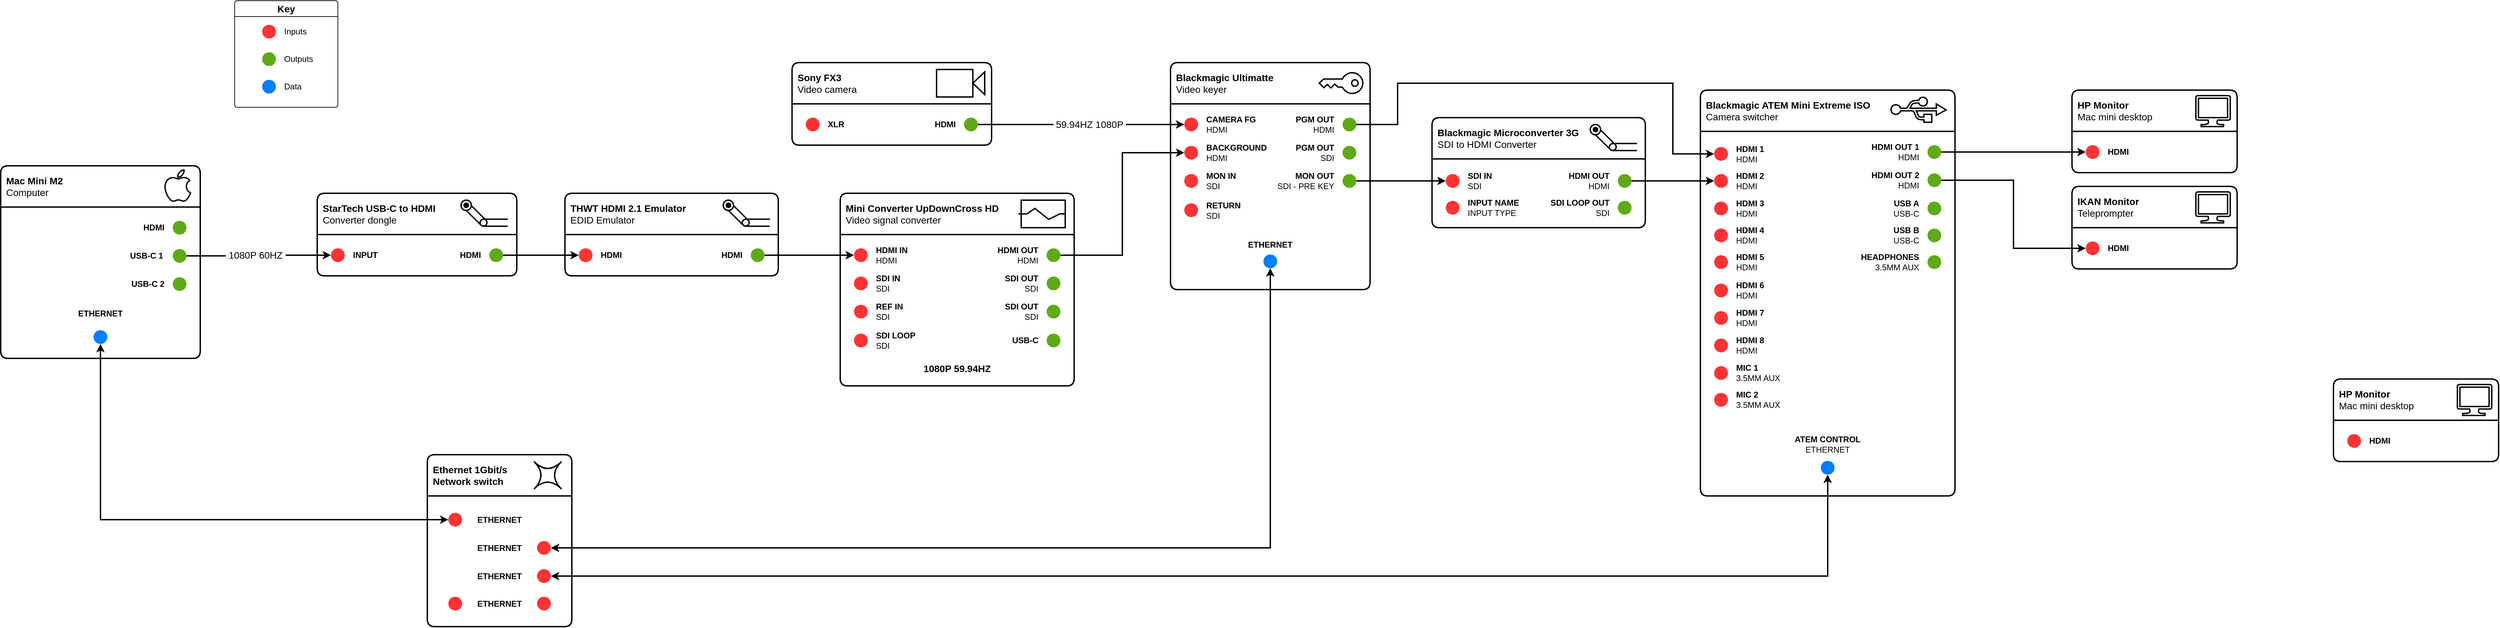
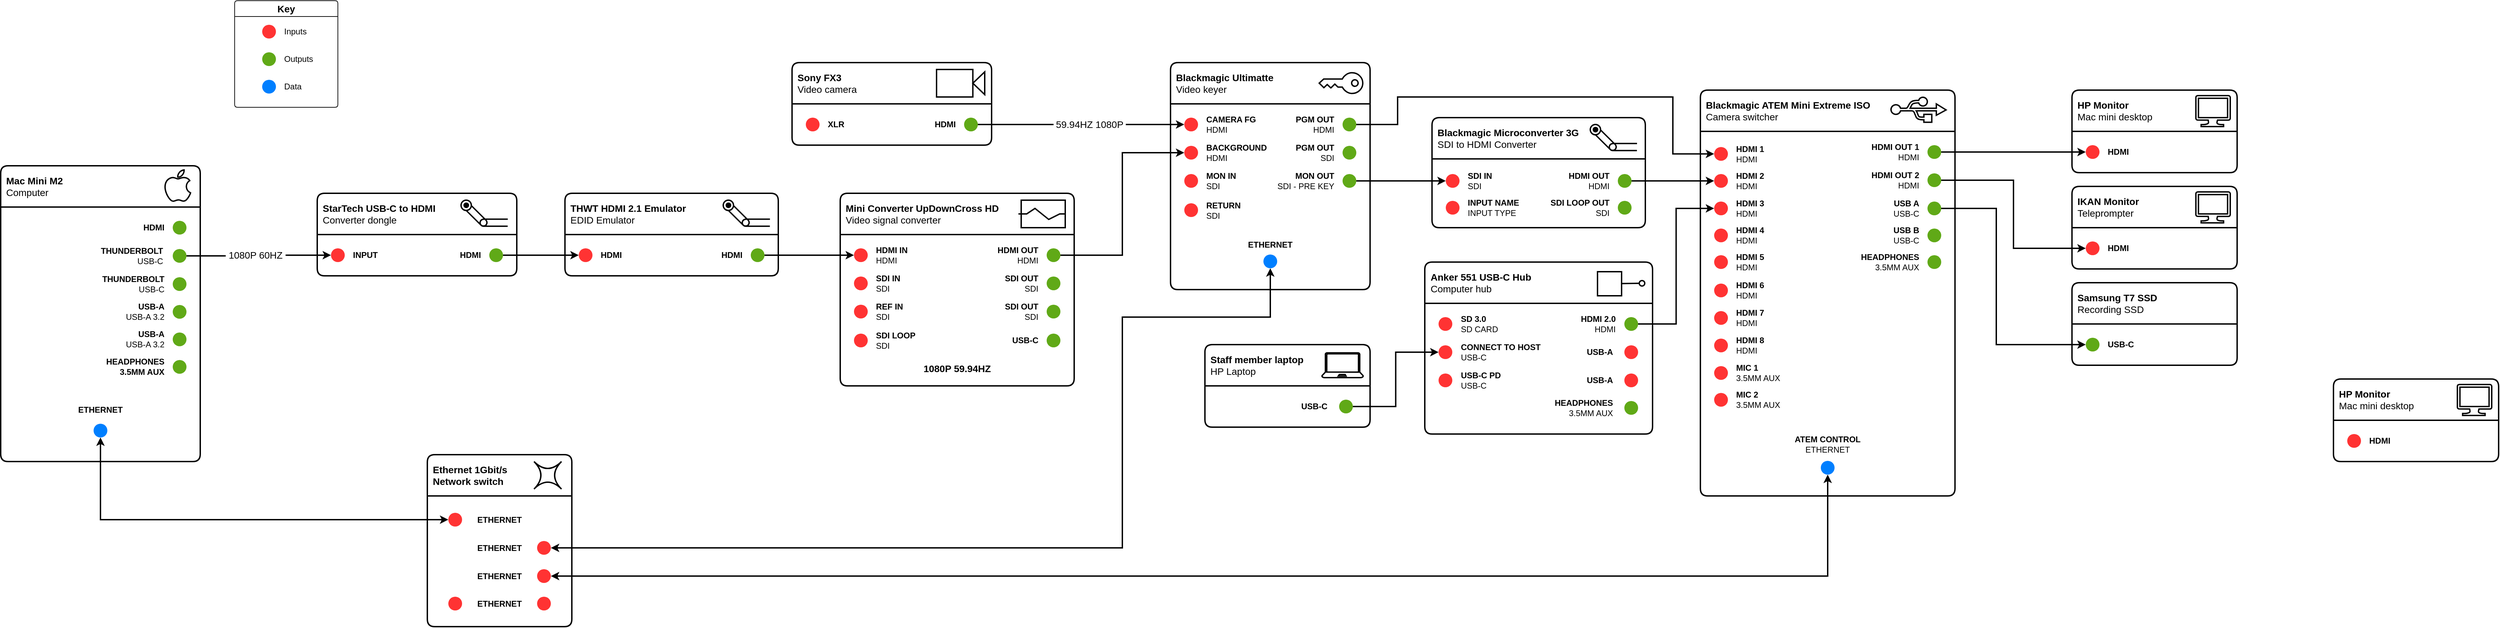
<mxfile host="app.diagrams.net">
  <diagram name="Page-1" id="FgFW1MfRpHRbAZnw0JzE">
-     <mxGraphModel dx="558" dy="565" grid="1" gridSize="10" guides="1" tooltips="1" connect="1" arrows="1" fold="1" page="0" pageScale="1" pageWidth="1654" pageHeight="1169" math="0" shadow="0">
+     <mxGraphModel dx="1040" dy="1186" grid="1" gridSize="10" guides="1" tooltips="1" connect="1" arrows="1" fold="1" page="0" pageScale="1" pageWidth="1654" pageHeight="1169" math="0" shadow="0">
      <root>
        <mxCell id="0" />
        <mxCell id="1" parent="0" />
        <UserObject label="&lt;div&gt;Sony FX3&lt;/div&gt;&lt;div&gt;&lt;span style=&quot;font-weight: normal;&quot;&gt;Video camera&lt;/span&gt;&lt;/div&gt;" link="https://www.sony.com.au/electronics/interchangeable-lens-cameras/ilme-fx3a" id="s20b6Gskkq0xSbLsb2Lf-1">
          <mxCell parent="1" style="swimlane;whiteSpace=wrap;html=1;startSize=60;perimeterSpacing=0;rounded=1;arcSize=6;align=left;spacingLeft=6;swimlaneFillColor=default;strokeWidth=2;fontSize=14;spacingBottom=0;" vertex="1">
            <mxGeometry height="120" width="290" x="1860" y="420" as="geometry">
              <mxRectangle height="60" width="200" x="330" y="280" as="alternateBounds" />
            </mxGeometry>
          </mxCell>
        </UserObject>
        <mxCell id="BUdtJf7oYrrgdLHHiytK-1" parent="s20b6Gskkq0xSbLsb2Lf-1" style="shape=mxgraph.signs.tech.video_camera;html=1;pointerEvents=1;fillColor=none;strokeColor=default;verticalLabelPosition=bottom;verticalAlign=top;align=center;strokeWidth=2;" value="" vertex="1">
          <mxGeometry height="40" width="70" x="210" y="10" as="geometry" />
        </mxCell>
        <mxCell id="BUdtJf7oYrrgdLHHiytK-2" parent="s20b6Gskkq0xSbLsb2Lf-1" style="ellipse;whiteSpace=wrap;html=1;aspect=fixed;strokeColor=none;fillColor=#60a917;fontColor=#ffffff;" value="" vertex="1">
          <mxGeometry height="20" width="20" x="250" y="80" as="geometry" />
        </mxCell>
        <mxCell id="BUdtJf7oYrrgdLHHiytK-13" parent="s20b6Gskkq0xSbLsb2Lf-1" style="ellipse;whiteSpace=wrap;html=1;aspect=fixed;strokeColor=none;fillColor=light-dark(#FF3333,#FF3333);fontColor=#ffffff;fillStyle=auto;" value="" vertex="1">
          <mxGeometry height="20" width="20" x="20" y="80" as="geometry" />
        </mxCell>
        <mxCell id="BUdtJf7oYrrgdLHHiytK-20" parent="s20b6Gskkq0xSbLsb2Lf-1" style="text;html=1;whiteSpace=wrap;strokeColor=none;fillColor=none;align=left;verticalAlign=middle;rounded=0;fontStyle=1" value="XLR" vertex="1">
          <mxGeometry height="14.5" width="30" x="50" y="82.75" as="geometry" />
        </mxCell>
        <mxCell id="BUdtJf7oYrrgdLHHiytK-21" parent="s20b6Gskkq0xSbLsb2Lf-1" style="text;html=1;whiteSpace=wrap;strokeColor=none;fillColor=none;align=right;verticalAlign=middle;rounded=0;" value="&lt;b&gt;HDMI&lt;/b&gt;" vertex="1">
          <mxGeometry height="14.5" width="40" x="200" y="82.75" as="geometry" />
        </mxCell>
        <mxCell id="BUdtJf7oYrrgdLHHiytK-123" parent="1" style="swimlane;whiteSpace=wrap;html=1;rounded=1;arcSize=6;swimlaneFillColor=default;fontSize=14;" value="Key" vertex="1">
          <mxGeometry height="155" width="150" x="1050" y="330" as="geometry" />
        </mxCell>
        <mxCell id="BUdtJf7oYrrgdLHHiytK-115" parent="BUdtJf7oYrrgdLHHiytK-123" style="ellipse;whiteSpace=wrap;html=1;aspect=fixed;strokeColor=none;fillColor=light-dark(#FF3333,#FF3333);fontColor=#ffffff;fillStyle=auto;" value="" vertex="1">
          <mxGeometry height="20" width="20" x="40" y="35" as="geometry" />
        </mxCell>
        <mxCell id="BUdtJf7oYrrgdLHHiytK-119" parent="BUdtJf7oYrrgdLHHiytK-123" style="text;html=1;whiteSpace=wrap;strokeColor=none;fillColor=none;align=left;verticalAlign=middle;rounded=0;" value="Inputs" vertex="1">
          <mxGeometry height="10" width="40" x="70" y="40" as="geometry" />
        </mxCell>
        <mxCell id="BUdtJf7oYrrgdLHHiytK-114" parent="BUdtJf7oYrrgdLHHiytK-123" style="ellipse;whiteSpace=wrap;html=1;aspect=fixed;strokeColor=none;fillColor=#60a917;fontColor=#ffffff;" value="" vertex="1">
          <mxGeometry height="20" width="20" x="40" y="75" as="geometry" />
        </mxCell>
        <mxCell id="BUdtJf7oYrrgdLHHiytK-120" parent="BUdtJf7oYrrgdLHHiytK-123" style="text;html=1;whiteSpace=wrap;strokeColor=none;fillColor=none;align=left;verticalAlign=middle;rounded=0;" value="Outputs" vertex="1">
          <mxGeometry height="10" width="40" x="70" y="80" as="geometry" />
        </mxCell>
        <mxCell id="BUdtJf7oYrrgdLHHiytK-116" parent="BUdtJf7oYrrgdLHHiytK-123" style="ellipse;whiteSpace=wrap;html=1;aspect=fixed;strokeColor=none;fillColor=#007FFF;fontColor=#ffffff;" value="" vertex="1">
          <mxGeometry height="20" width="20" x="40" y="115" as="geometry" />
        </mxCell>
        <mxCell id="BUdtJf7oYrrgdLHHiytK-121" parent="BUdtJf7oYrrgdLHHiytK-123" style="text;html=1;whiteSpace=wrap;strokeColor=none;fillColor=none;align=left;verticalAlign=middle;rounded=0;" value="Data" vertex="1">
          <mxGeometry height="10" width="40" x="70" y="120" as="geometry" />
        </mxCell>
        <UserObject label="&lt;div&gt;Blackmagic Ultimatte&lt;/div&gt;&lt;div&gt;&lt;span style=&quot;font-weight: normal;&quot;&gt;Video keyer&lt;/span&gt;&lt;/div&gt;" link="https://usermanual.com/support/blackmagicdesign/ultimatte-12-8k/manual" id="BUdtJf7oYrrgdLHHiytK-160">
          <mxCell parent="1" style="swimlane;whiteSpace=wrap;html=1;startSize=60;perimeterSpacing=0;rounded=1;arcSize=6;align=left;spacingLeft=6;swimlaneFillColor=default;strokeWidth=2;fontSize=14;" vertex="1">
            <mxGeometry height="330" width="290" x="2410" y="420" as="geometry">
              <mxRectangle height="60" width="200" x="330" y="280" as="alternateBounds" />
            </mxGeometry>
          </mxCell>
        </UserObject>
        <mxCell id="BUdtJf7oYrrgdLHHiytK-162" parent="BUdtJf7oYrrgdLHHiytK-160" style="ellipse;whiteSpace=wrap;html=1;aspect=fixed;strokeColor=none;fillColor=#60a917;fontColor=#ffffff;" value="" vertex="1">
          <mxGeometry height="20" width="20" x="250" y="80" as="geometry" />
        </mxCell>
        <mxCell id="BUdtJf7oYrrgdLHHiytK-163" parent="BUdtJf7oYrrgdLHHiytK-160" style="ellipse;whiteSpace=wrap;html=1;aspect=fixed;strokeColor=none;fillColor=#60a917;fontColor=#ffffff;" value="" vertex="1">
          <mxGeometry height="20" width="20" x="250" y="121" as="geometry" />
        </mxCell>
        <mxCell id="BUdtJf7oYrrgdLHHiytK-164" parent="BUdtJf7oYrrgdLHHiytK-160" style="ellipse;whiteSpace=wrap;html=1;aspect=fixed;strokeColor=none;fillColor=#60a917;fontColor=#ffffff;" value="" vertex="1">
          <mxGeometry height="20" width="20" x="250" y="162" as="geometry" />
        </mxCell>
        <mxCell id="BUdtJf7oYrrgdLHHiytK-169" parent="BUdtJf7oYrrgdLHHiytK-160" style="ellipse;whiteSpace=wrap;html=1;aspect=fixed;strokeColor=none;fillColor=light-dark(#FF3333,#FF3333);fontColor=#ffffff;fillStyle=auto;" value="" vertex="1">
          <mxGeometry height="20" width="20" x="20" y="80" as="geometry" />
        </mxCell>
        <mxCell id="BUdtJf7oYrrgdLHHiytK-170" parent="BUdtJf7oYrrgdLHHiytK-160" style="ellipse;whiteSpace=wrap;html=1;aspect=fixed;strokeColor=none;fillColor=light-dark(#FF3333,#FF3333);fontColor=#ffffff;" value="" vertex="1">
          <mxGeometry height="20" width="20" x="20" y="121" as="geometry" />
        </mxCell>
        <mxCell id="BUdtJf7oYrrgdLHHiytK-176" parent="BUdtJf7oYrrgdLHHiytK-160" style="text;html=1;whiteSpace=wrap;strokeColor=none;fillColor=none;align=left;verticalAlign=middle;rounded=0;" value="&lt;div&gt;&lt;b&gt;CAMERA FG&lt;/b&gt;&lt;/div&gt;&lt;div&gt;HDMI&lt;/div&gt;" vertex="1">
          <mxGeometry height="29" width="90" x="50" y="75.5" as="geometry" />
        </mxCell>
        <mxCell id="BUdtJf7oYrrgdLHHiytK-177" parent="BUdtJf7oYrrgdLHHiytK-160" style="text;html=1;whiteSpace=wrap;strokeColor=none;fillColor=none;align=right;verticalAlign=middle;rounded=0;" value="&lt;div&gt;&lt;b&gt;PGM OUT&lt;/b&gt;&lt;/div&gt;&lt;div&gt;HDMI&lt;/div&gt;" vertex="1">
          <mxGeometry height="29" width="90" x="150" y="75.5" as="geometry" />
        </mxCell>
        <mxCell id="BUdtJf7oYrrgdLHHiytK-178" parent="BUdtJf7oYrrgdLHHiytK-160" style="text;html=1;whiteSpace=wrap;strokeColor=none;fillColor=none;align=left;verticalAlign=middle;rounded=0;" value="&lt;div&gt;&lt;b&gt;BACKGROUND&lt;/b&gt;&lt;/div&gt;&lt;div&gt;HDMI&lt;/div&gt;" vertex="1">
          <mxGeometry height="29" width="90" x="50" y="116.5" as="geometry" />
        </mxCell>
        <mxCell id="BUdtJf7oYrrgdLHHiytK-179" parent="BUdtJf7oYrrgdLHHiytK-160" style="text;html=1;whiteSpace=wrap;strokeColor=none;fillColor=none;align=right;verticalAlign=middle;rounded=0;" value="&lt;div&gt;&lt;b&gt;PGM OUT&lt;/b&gt;&lt;/div&gt;&lt;div&gt;SDI&lt;/div&gt;" vertex="1">
          <mxGeometry height="29" width="90" x="150" y="116.5" as="geometry" />
        </mxCell>
        <mxCell id="BUdtJf7oYrrgdLHHiytK-181" parent="BUdtJf7oYrrgdLHHiytK-160" style="text;html=1;whiteSpace=wrap;strokeColor=none;fillColor=none;align=right;verticalAlign=middle;rounded=0;" value="&lt;div&gt;&lt;b&gt;MON OUT&lt;/b&gt;&lt;/div&gt;&lt;div&gt;SDI - PRE KEY&lt;/div&gt;" vertex="1">
          <mxGeometry height="29" width="90" x="150" y="157.5" as="geometry" />
        </mxCell>
        <mxCell id="BUdtJf7oYrrgdLHHiytK-194" parent="BUdtJf7oYrrgdLHHiytK-160" style="text;html=1;whiteSpace=wrap;strokeColor=none;fillColor=none;align=center;verticalAlign=middle;rounded=0;fontStyle=1" value="ETHERNET" vertex="1">
          <mxGeometry height="29" width="90" x="100" y="250" as="geometry" />
        </mxCell>
        <mxCell id="BUdtJf7oYrrgdLHHiytK-195" parent="BUdtJf7oYrrgdLHHiytK-160" style="ellipse;whiteSpace=wrap;html=1;aspect=fixed;strokeColor=none;fillColor=#007FFF;fontColor=#ffffff;" value="" vertex="1">
          <mxGeometry height="20" width="20" x="135" y="279" as="geometry" />
        </mxCell>
        <mxCell id="BUdtJf7oYrrgdLHHiytK-196" parent="BUdtJf7oYrrgdLHHiytK-160" style="sketch=0;pointerEvents=1;shadow=0;dashed=0;html=1;strokeColor=default;fillColor=none;labelPosition=center;verticalLabelPosition=bottom;verticalAlign=top;outlineConnect=0;align=center;shape=mxgraph.office.security.key_permissions;rotation=90;strokeWidth=2;" value="" vertex="1">
          <mxGeometry height="63.31" width="30.07" x="232.69" y="-1.8099999999999996" as="geometry" />
        </mxCell>
        <mxCell id="_8OXxmxYWQQ_x3kSA-AO-21" parent="BUdtJf7oYrrgdLHHiytK-160" style="text;html=1;whiteSpace=wrap;strokeColor=none;fillColor=none;align=left;verticalAlign=middle;rounded=0;" value="&lt;div&gt;&lt;b&gt;MON IN&lt;/b&gt;&lt;/div&gt;&lt;div&gt;SDI&lt;/div&gt;" vertex="1">
          <mxGeometry height="29" width="90" x="50" y="157.5" as="geometry" />
        </mxCell>
        <mxCell id="_8OXxmxYWQQ_x3kSA-AO-22" parent="BUdtJf7oYrrgdLHHiytK-160" style="ellipse;whiteSpace=wrap;html=1;aspect=fixed;strokeColor=none;fillColor=light-dark(#FF3333,#FF3333);fontColor=#ffffff;" value="" vertex="1">
          <mxGeometry height="20" width="20" x="20" y="162" as="geometry" />
        </mxCell>
        <mxCell id="_8OXxmxYWQQ_x3kSA-AO-25" parent="BUdtJf7oYrrgdLHHiytK-160" style="ellipse;whiteSpace=wrap;html=1;aspect=fixed;strokeColor=none;fillColor=light-dark(#FF3333,#FF3333);fontColor=#ffffff;" value="" vertex="1">
          <mxGeometry height="20" width="20" x="20" y="204.5" as="geometry" />
        </mxCell>
        <mxCell id="_8OXxmxYWQQ_x3kSA-AO-26" parent="BUdtJf7oYrrgdLHHiytK-160" style="text;html=1;whiteSpace=wrap;strokeColor=none;fillColor=none;align=left;verticalAlign=middle;rounded=0;" value="&lt;div&gt;&lt;b&gt;RETURN&lt;/b&gt;&lt;/div&gt;&lt;div&gt;SDI&lt;/div&gt;" vertex="1">
          <mxGeometry height="29" width="90" x="50" y="200" as="geometry" />
        </mxCell>
        <mxCell id="BUdtJf7oYrrgdLHHiytK-197" edge="1" parent="1" source="BUdtJf7oYrrgdLHHiytK-2" style="edgeStyle=orthogonalEdgeStyle;rounded=0;orthogonalLoop=1;jettySize=auto;html=1;entryX=0;entryY=0.5;entryDx=0;entryDy=0;endArrow=classic;endFill=1;strokeWidth=2;" target="BUdtJf7oYrrgdLHHiytK-169">
          <mxGeometry relative="1" as="geometry" />
        </mxCell>
        <mxCell id="BUdtJf7oYrrgdLHHiytK-201" connectable="0" parent="BUdtJf7oYrrgdLHHiytK-197" style="edgeLabel;html=1;align=center;verticalAlign=middle;resizable=0;points=[];fontSize=14;" value="&amp;nbsp;59.94HZ 1080P&amp;nbsp;" vertex="1">
          <mxGeometry relative="1" x="0.0813" as="geometry">
            <mxPoint as="offset" />
          </mxGeometry>
        </mxCell>
        <UserObject label="&lt;div&gt;Mac Mini M2&lt;/div&gt;&lt;div&gt;&lt;span style=&quot;font-weight: normal;&quot;&gt;Computer&lt;/span&gt;&lt;/div&gt;" link="https://support.apple.com/en-au/111837" id="BUdtJf7oYrrgdLHHiytK-202">
          <mxCell parent="1" style="swimlane;whiteSpace=wrap;html=1;startSize=60;perimeterSpacing=0;rounded=1;arcSize=6;align=left;spacingLeft=6;swimlaneFillColor=default;strokeWidth=2;fontSize=14;noLabel=0;" vertex="1">
-             <mxGeometry height="280" width="290" x="710" y="570" as="geometry">
+             <mxGeometry height="430" width="290" x="710" y="570" as="geometry">
              <mxRectangle height="60" width="200" x="330" y="280" as="alternateBounds" />
            </mxGeometry>
          </mxCell>
        </UserObject>
        <mxCell id="BUdtJf7oYrrgdLHHiytK-204" parent="BUdtJf7oYrrgdLHHiytK-202" style="ellipse;whiteSpace=wrap;html=1;aspect=fixed;strokeColor=none;fillColor=#60a917;fontColor=#ffffff;" value="" vertex="1">
          <mxGeometry height="20" width="20" x="250" y="80" as="geometry" />
        </mxCell>
-         <mxCell id="BUdtJf7oYrrgdLHHiytK-205" parent="BUdtJf7oYrrgdLHHiytK-202" style="ellipse;whiteSpace=wrap;html=1;aspect=fixed;strokeColor=none;fillColor=#60a917;fontColor=#ffffff;" value="" vertex="1">
+         <mxCell id="BUdtJf7oYrrgdLHHiytK-205" parent="BUdtJf7oYrrgdLHHiytK-202" style="ellipse;whiteSpace=wrap;html=1;aspect=fixed;strokeColor=none;fillColor=light-dark(#60A917,#007FFF);fontColor=#ffffff;" value="" vertex="1">
          <mxGeometry height="20" width="20" x="250" y="121" as="geometry" />
        </mxCell>
-         <mxCell id="BUdtJf7oYrrgdLHHiytK-206" parent="BUdtJf7oYrrgdLHHiytK-202" style="ellipse;whiteSpace=wrap;html=1;aspect=fixed;strokeColor=none;fillColor=#60a917;fontColor=#ffffff;" value="" vertex="1">
+         <mxCell id="BUdtJf7oYrrgdLHHiytK-206" parent="BUdtJf7oYrrgdLHHiytK-202" style="ellipse;whiteSpace=wrap;html=1;aspect=fixed;strokeColor=none;fillColor=light-dark(#60A917,#007FFF);fontColor=#ffffff;" value="" vertex="1">
          <mxGeometry height="20" width="20" x="250" y="162" as="geometry" />
        </mxCell>
        <mxCell id="BUdtJf7oYrrgdLHHiytK-219" parent="BUdtJf7oYrrgdLHHiytK-202" style="text;html=1;whiteSpace=wrap;strokeColor=none;fillColor=none;align=right;verticalAlign=middle;rounded=0;" value="&lt;b&gt;HDMI&lt;/b&gt;" vertex="1">
          <mxGeometry height="14.5" width="40" x="200" y="82.75" as="geometry" />
        </mxCell>
-         <mxCell id="BUdtJf7oYrrgdLHHiytK-221" parent="BUdtJf7oYrrgdLHHiytK-202" style="text;html=1;whiteSpace=wrap;strokeColor=none;fillColor=none;align=right;verticalAlign=middle;rounded=0;fontStyle=1" value="USB-C 1" vertex="1">
-           <mxGeometry height="13.5" width="50" x="188.08" y="124.25" as="geometry" />
+         <mxCell id="BUdtJf7oYrrgdLHHiytK-221" parent="BUdtJf7oYrrgdLHHiytK-202" style="text;html=1;whiteSpace=wrap;strokeColor=none;fillColor=none;align=right;verticalAlign=middle;rounded=0;fontStyle=1" value="THUNDERBOLT&lt;div&gt;&lt;span style=&quot;font-weight: normal;&quot;&gt;USB-C&lt;/span&gt;&lt;/div&gt;" vertex="1">
+           <mxGeometry height="25.75" width="108.08" x="130" y="118.13" as="geometry" />
        </mxCell>
        <mxCell id="BUdtJf7oYrrgdLHHiytK-236" parent="BUdtJf7oYrrgdLHHiytK-202" style="text;html=1;whiteSpace=wrap;strokeColor=none;fillColor=none;align=center;verticalAlign=middle;rounded=0;fontStyle=1" value="ETHERNET" vertex="1">
-           <mxGeometry height="29" width="90" x="100" y="200" as="geometry" />
+           <mxGeometry height="29" width="90" x="100" y="340" as="geometry" />
        </mxCell>
        <mxCell id="BUdtJf7oYrrgdLHHiytK-237" parent="BUdtJf7oYrrgdLHHiytK-202" style="ellipse;whiteSpace=wrap;html=1;aspect=fixed;strokeColor=none;fillColor=#007FFF;fontColor=#ffffff;" value="" vertex="1">
-           <mxGeometry height="20" width="20" x="135" y="239" as="geometry" />
+           <mxGeometry height="20" width="20" x="135" y="375" as="geometry" />
        </mxCell>
        <mxCell id="BUdtJf7oYrrgdLHHiytK-238" parent="BUdtJf7oYrrgdLHHiytK-202" style="dashed=0;outlineConnect=0;html=1;align=center;labelPosition=center;verticalLabelPosition=bottom;verticalAlign=top;shape=mxgraph.weblogos.apple;fillColor=none;strokeColor=default;strokeWidth=2;" value="" vertex="1">
          <mxGeometry height="46.2" width="37.83" x="238.07999999999998" y="6" as="geometry" />
        </mxCell>
-         <mxCell id="BUdtJf7oYrrgdLHHiytK-240" parent="BUdtJf7oYrrgdLHHiytK-202" style="text;html=1;whiteSpace=wrap;strokeColor=none;fillColor=none;align=right;verticalAlign=middle;rounded=0;fontStyle=1" value="USB-C 2" vertex="1">
-           <mxGeometry height="13.5" width="50" x="189.99999999999997" y="165.25" as="geometry" />
+         <mxCell id="BUdtJf7oYrrgdLHHiytK-240" parent="BUdtJf7oYrrgdLHHiytK-202" style="text;html=1;whiteSpace=wrap;strokeColor=none;fillColor=none;align=right;verticalAlign=middle;rounded=0;fontStyle=1" value="THUNDERBOLT&lt;div&gt;&lt;span style=&quot;font-weight: normal;&quot;&gt;USB-C&lt;/span&gt;&lt;/div&gt;" vertex="1">
+           <mxGeometry height="24.75" width="100" x="140" y="159.63" as="geometry" />
+         </mxCell>
+         <mxCell id="_8OXxmxYWQQ_x3kSA-AO-145" parent="BUdtJf7oYrrgdLHHiytK-202" style="text;html=1;whiteSpace=wrap;strokeColor=none;fillColor=none;align=right;verticalAlign=middle;rounded=0;fontStyle=1" value="USB-A&lt;div&gt;&lt;span style=&quot;font-weight: normal;&quot;&gt;USB-A 3.2&lt;/span&gt;&lt;/div&gt;" vertex="1">
+           <mxGeometry height="24.75" width="100" x="140" y="200" as="geometry" />
+         </mxCell>
+         <mxCell id="_8OXxmxYWQQ_x3kSA-AO-146" parent="BUdtJf7oYrrgdLHHiytK-202" style="ellipse;whiteSpace=wrap;html=1;aspect=fixed;strokeColor=none;fillColor=light-dark(#60A917,#007FFF);fontColor=#ffffff;" value="" vertex="1">
+           <mxGeometry height="20" width="20" x="250" y="202.37" as="geometry" />
+         </mxCell>
+         <mxCell id="_8OXxmxYWQQ_x3kSA-AO-147" parent="BUdtJf7oYrrgdLHHiytK-202" style="text;html=1;whiteSpace=wrap;strokeColor=none;fillColor=none;align=right;verticalAlign=middle;rounded=0;fontStyle=1" value="USB-A&lt;div&gt;&lt;span style=&quot;font-weight: normal;&quot;&gt;USB-A 3.2&lt;/span&gt;&lt;/div&gt;" vertex="1">
+           <mxGeometry height="24.75" width="100" x="140" y="240" as="geometry" />
+         </mxCell>
+         <mxCell id="_8OXxmxYWQQ_x3kSA-AO-148" parent="BUdtJf7oYrrgdLHHiytK-202" style="ellipse;whiteSpace=wrap;html=1;aspect=fixed;strokeColor=none;fillColor=light-dark(#60A917,#007FFF);fontColor=#ffffff;" value="" vertex="1">
+           <mxGeometry height="20" width="20" x="250" y="242.37" as="geometry" />
+         </mxCell>
+         <mxCell id="_8OXxmxYWQQ_x3kSA-AO-149" parent="BUdtJf7oYrrgdLHHiytK-202" style="text;html=1;whiteSpace=wrap;strokeColor=none;fillColor=none;align=right;verticalAlign=middle;rounded=0;fontStyle=1" value="HEADPHONES&lt;div&gt;3.5MM AUX&lt;/div&gt;" vertex="1">
+           <mxGeometry height="24.75" width="100" x="140" y="280" as="geometry" />
+         </mxCell>
+         <mxCell id="_8OXxmxYWQQ_x3kSA-AO-150" parent="BUdtJf7oYrrgdLHHiytK-202" style="ellipse;whiteSpace=wrap;html=1;aspect=fixed;strokeColor=none;fillColor=light-dark(#60A917,#007FFF);fontColor=#ffffff;" value="" vertex="1">
+           <mxGeometry height="20" width="20" x="250" y="282.37" as="geometry" />
        </mxCell>
        <UserObject label="&lt;div&gt;Mini Converter UpDownCross HD&lt;/div&gt;&lt;div&gt;&lt;span style=&quot;font-weight: normal;&quot;&gt;Video signal converter&lt;/span&gt;&lt;/div&gt;" link="https://proavexpress.com.au/blackmagic-mini-converter-up-down-cross-hd/" id="BUdtJf7oYrrgdLHHiytK-243">
          <mxCell parent="1" style="swimlane;whiteSpace=wrap;html=1;startSize=60;perimeterSpacing=0;rounded=1;arcSize=6;align=left;spacingLeft=6;swimlaneFillColor=default;strokeWidth=2;fontSize=14;" vertex="1">
            <mxGeometry height="280" width="340" x="1930" y="610" as="geometry">
              <mxRectangle height="60" width="200" x="330" y="280" as="alternateBounds" />
            </mxGeometry>
          </mxCell>
        </UserObject>
        <mxCell id="BUdtJf7oYrrgdLHHiytK-245" parent="BUdtJf7oYrrgdLHHiytK-243" style="ellipse;whiteSpace=wrap;html=1;aspect=fixed;strokeColor=none;fillColor=#60a917;fontColor=#ffffff;" value="" vertex="1">
          <mxGeometry height="20" width="20" x="300" y="80" as="geometry" />
        </mxCell>
        <mxCell id="BUdtJf7oYrrgdLHHiytK-246" parent="BUdtJf7oYrrgdLHHiytK-243" style="ellipse;whiteSpace=wrap;html=1;aspect=fixed;strokeColor=none;fillColor=#60a917;fontColor=#ffffff;" value="" vertex="1">
          <mxGeometry height="20" width="20" x="300" y="121" as="geometry" />
        </mxCell>
        <mxCell id="BUdtJf7oYrrgdLHHiytK-252" parent="BUdtJf7oYrrgdLHHiytK-243" style="ellipse;whiteSpace=wrap;html=1;aspect=fixed;strokeColor=none;fillColor=light-dark(#FF3333,#FF3333);fontColor=#ffffff;fillStyle=auto;" value="" vertex="1">
          <mxGeometry height="20" width="20" x="20" y="80" as="geometry" />
        </mxCell>
        <mxCell id="BUdtJf7oYrrgdLHHiytK-253" parent="BUdtJf7oYrrgdLHHiytK-243" style="ellipse;whiteSpace=wrap;html=1;aspect=fixed;strokeColor=none;fillColor=light-dark(#FF3333,#FF3333);fontColor=#ffffff;" value="" vertex="1">
          <mxGeometry height="20" width="20" x="20" y="121" as="geometry" />
        </mxCell>
        <mxCell id="BUdtJf7oYrrgdLHHiytK-259" parent="BUdtJf7oYrrgdLHHiytK-243" style="text;html=1;whiteSpace=wrap;strokeColor=none;fillColor=none;align=left;verticalAlign=middle;rounded=0;fontStyle=1" value="&lt;div&gt;HDMI IN&lt;/div&gt;&lt;div&gt;&lt;span style=&quot;font-weight: normal;&quot;&gt;HDMI&lt;/span&gt;&lt;/div&gt;" vertex="1">
          <mxGeometry height="25" width="50" x="50" y="77.5" as="geometry" />
        </mxCell>
        <mxCell id="BUdtJf7oYrrgdLHHiytK-260" parent="BUdtJf7oYrrgdLHHiytK-243" style="text;html=1;whiteSpace=wrap;strokeColor=none;fillColor=none;align=right;verticalAlign=middle;rounded=0;fontStyle=1" value="&lt;div&gt;HDMI OUT&lt;/div&gt;&lt;div&gt;&lt;span style=&quot;font-weight: normal;&quot;&gt;HDMI&lt;/span&gt;&lt;/div&gt;" vertex="1">
          <mxGeometry height="25" width="70" x="220" y="77.5" as="geometry" />
        </mxCell>
        <mxCell id="BUdtJf7oYrrgdLHHiytK-277" parent="BUdtJf7oYrrgdLHHiytK-243" style="text;html=1;whiteSpace=wrap;strokeColor=none;fillColor=none;align=center;verticalAlign=middle;rounded=0;fontSize=14;fontStyle=1" value="1080P 59.94HZ" vertex="1">
          <mxGeometry height="29" width="107.5" x="116.25" y="240" as="geometry" />
        </mxCell>
        <mxCell id="BUdtJf7oYrrgdLHHiytK-279" parent="BUdtJf7oYrrgdLHHiytK-243" style="shape=mxgraph.pid.mixers.kneader;html=1;pointerEvents=1;align=center;verticalLabelPosition=bottom;verticalAlign=top;dashed=0;fillColor=none;strokeWidth=2;" value="" vertex="1">
          <mxGeometry height="40" width="68" x="259" y="10" as="geometry" />
        </mxCell>
        <mxCell id="BUdtJf7oYrrgdLHHiytK-280" parent="BUdtJf7oYrrgdLHHiytK-243" style="text;html=1;whiteSpace=wrap;strokeColor=none;fillColor=none;align=left;verticalAlign=middle;rounded=0;fontStyle=1" value="&lt;div&gt;SDI IN&lt;/div&gt;&lt;div&gt;&lt;span style=&quot;font-weight: normal;&quot;&gt;SDI&lt;/span&gt;&lt;/div&gt;" vertex="1">
          <mxGeometry height="24" width="50" x="50" y="119" as="geometry" />
        </mxCell>
        <mxCell id="BUdtJf7oYrrgdLHHiytK-281" parent="BUdtJf7oYrrgdLHHiytK-243" style="text;html=1;whiteSpace=wrap;strokeColor=none;fillColor=none;align=right;verticalAlign=middle;rounded=0;fontStyle=1" value="&lt;div&gt;SDI OUT&lt;/div&gt;&lt;div&gt;&lt;span style=&quot;font-weight: normal;&quot;&gt;SDI&lt;/span&gt;&lt;/div&gt;" vertex="1">
          <mxGeometry height="24" width="70" x="220" y="119" as="geometry" />
        </mxCell>
        <mxCell id="_8OXxmxYWQQ_x3kSA-AO-10" parent="BUdtJf7oYrrgdLHHiytK-243" style="ellipse;whiteSpace=wrap;html=1;aspect=fixed;strokeColor=none;fillColor=#60a917;fontColor=#ffffff;" value="" vertex="1">
          <mxGeometry height="20" width="20" x="300" y="162" as="geometry" />
        </mxCell>
        <mxCell id="_8OXxmxYWQQ_x3kSA-AO-11" parent="BUdtJf7oYrrgdLHHiytK-243" style="text;html=1;whiteSpace=wrap;strokeColor=none;fillColor=none;align=right;verticalAlign=middle;rounded=0;fontStyle=1" value="&lt;div&gt;SDI OUT&lt;/div&gt;&lt;div&gt;&lt;span style=&quot;font-weight: normal;&quot;&gt;SDI&lt;/span&gt;&lt;/div&gt;" vertex="1">
          <mxGeometry height="24" width="70" x="220" y="160" as="geometry" />
        </mxCell>
        <mxCell id="_8OXxmxYWQQ_x3kSA-AO-14" parent="BUdtJf7oYrrgdLHHiytK-243" style="text;html=1;whiteSpace=wrap;strokeColor=none;fillColor=none;align=right;verticalAlign=middle;rounded=0;fontStyle=1" value="USB-C" vertex="1">
          <mxGeometry height="10" width="70" x="220" y="209" as="geometry" />
        </mxCell>
        <mxCell id="_8OXxmxYWQQ_x3kSA-AO-15" parent="BUdtJf7oYrrgdLHHiytK-243" style="ellipse;whiteSpace=wrap;html=1;aspect=fixed;strokeColor=none;fillColor=light-dark(#60A917,#007FFF);fontColor=#ffffff;" value="" vertex="1">
          <mxGeometry height="20" width="20" x="300" y="204" as="geometry" />
        </mxCell>
        <mxCell id="_8OXxmxYWQQ_x3kSA-AO-16" parent="BUdtJf7oYrrgdLHHiytK-243" style="ellipse;whiteSpace=wrap;html=1;aspect=fixed;strokeColor=none;fillColor=light-dark(#FF3333,#FF3333);fontColor=#ffffff;" value="" vertex="1">
          <mxGeometry height="20" width="20" x="20" y="162" as="geometry" />
        </mxCell>
        <mxCell id="_8OXxmxYWQQ_x3kSA-AO-17" parent="BUdtJf7oYrrgdLHHiytK-243" style="text;html=1;whiteSpace=wrap;strokeColor=none;fillColor=none;align=left;verticalAlign=middle;rounded=0;fontStyle=1" value="&lt;div&gt;REF IN&lt;/div&gt;&lt;div&gt;&lt;span style=&quot;font-weight: normal;&quot;&gt;SDI&lt;/span&gt;&lt;/div&gt;" vertex="1">
          <mxGeometry height="24" width="50" x="50" y="160" as="geometry" />
        </mxCell>
        <mxCell id="_8OXxmxYWQQ_x3kSA-AO-18" parent="BUdtJf7oYrrgdLHHiytK-243" style="ellipse;whiteSpace=wrap;html=1;aspect=fixed;strokeColor=none;fillColor=light-dark(#FF3333,#FF3333);fontColor=#ffffff;" value="" vertex="1">
          <mxGeometry height="20" width="20" x="20" y="204" as="geometry" />
        </mxCell>
        <mxCell id="_8OXxmxYWQQ_x3kSA-AO-19" parent="BUdtJf7oYrrgdLHHiytK-243" style="text;html=1;whiteSpace=wrap;strokeColor=none;fillColor=none;align=left;verticalAlign=middle;rounded=0;fontStyle=1" value="&lt;div&gt;SDI LOOP&lt;/div&gt;&lt;div&gt;&lt;span style=&quot;font-weight: normal;&quot;&gt;SDI&lt;/span&gt;&lt;/div&gt;" vertex="1">
          <mxGeometry height="24" width="60" x="50" y="202" as="geometry" />
        </mxCell>
        <UserObject label="&lt;div&gt;StarTech USB-C to HDMI&lt;/div&gt;&lt;div&gt;&lt;span style=&quot;font-weight: normal;&quot;&gt;Converter dongle&lt;/span&gt;&lt;/div&gt;" link="https://www.startech.com/en-au/display-video-adapters/usbc-hdmi-cdp2hd4k60" id="BUdtJf7oYrrgdLHHiytK-284">
          <mxCell parent="1" style="swimlane;whiteSpace=wrap;html=1;startSize=60;perimeterSpacing=0;rounded=1;arcSize=6;align=left;spacingLeft=6;swimlaneFillColor=default;strokeWidth=2;fontSize=14;" vertex="1">
            <mxGeometry height="120" width="290" x="1170" y="610" as="geometry">
              <mxRectangle height="60" width="200" x="330" y="280" as="alternateBounds" />
            </mxGeometry>
          </mxCell>
        </UserObject>
        <mxCell id="BUdtJf7oYrrgdLHHiytK-285" parent="BUdtJf7oYrrgdLHHiytK-284" style="ellipse;whiteSpace=wrap;html=1;aspect=fixed;strokeColor=none;fillColor=#60a917;fontColor=#ffffff;" value="" vertex="1">
          <mxGeometry height="20" width="20" x="250" y="80" as="geometry" />
        </mxCell>
        <mxCell id="BUdtJf7oYrrgdLHHiytK-288" parent="BUdtJf7oYrrgdLHHiytK-284" style="text;html=1;whiteSpace=wrap;strokeColor=none;fillColor=none;align=right;verticalAlign=middle;rounded=0;" value="&lt;b&gt;HDMI&lt;/b&gt;" vertex="1">
          <mxGeometry height="14.5" width="70" x="170" y="82.75" as="geometry" />
        </mxCell>
        <mxCell id="BUdtJf7oYrrgdLHHiytK-297" parent="BUdtJf7oYrrgdLHHiytK-284" style="ellipse;whiteSpace=wrap;html=1;aspect=fixed;strokeColor=none;fillColor=light-dark(#FF3333,#FF3333);fontColor=#ffffff;fillStyle=auto;" value="" vertex="1">
          <mxGeometry height="20" width="20" x="20" y="80" as="geometry" />
        </mxCell>
        <mxCell id="BUdtJf7oYrrgdLHHiytK-298" parent="BUdtJf7oYrrgdLHHiytK-284" style="text;html=1;whiteSpace=wrap;strokeColor=none;fillColor=none;align=left;verticalAlign=middle;rounded=0;fontStyle=1" value="INPUT" vertex="1">
          <mxGeometry height="10" width="50" x="50" y="85" as="geometry" />
        </mxCell>
        <mxCell id="BUdtJf7oYrrgdLHHiytK-295" parent="BUdtJf7oYrrgdLHHiytK-284" style="verticalLabelPosition=bottom;aspect=fixed;html=1;verticalAlign=top;fillColor=strokeColor;align=center;outlineConnect=0;shape=mxgraph.fluid_power.x10060;points=[[1,0.72,0],[1,1,0]];strokeWidth=2;" value="" vertex="1">
          <mxGeometry height="38.38" width="67.9" x="209" y="10" as="geometry" />
        </mxCell>
        <mxCell id="BUdtJf7oYrrgdLHHiytK-299" edge="1" parent="1" source="BUdtJf7oYrrgdLHHiytK-205" style="edgeStyle=orthogonalEdgeStyle;shape=connector;rounded=0;orthogonalLoop=1;jettySize=auto;html=1;entryX=0;entryY=0.5;entryDx=0;entryDy=0;strokeColor=default;strokeWidth=2;align=center;verticalAlign=middle;fontFamily=Helvetica;fontSize=11;fontColor=default;labelBackgroundColor=default;endArrow=classic;endFill=1;" target="BUdtJf7oYrrgdLHHiytK-297">
          <mxGeometry relative="1" as="geometry" />
        </mxCell>
        <mxCell id="BUdtJf7oYrrgdLHHiytK-300" connectable="0" parent="BUdtJf7oYrrgdLHHiytK-299" style="edgeLabel;html=1;align=center;verticalAlign=middle;resizable=0;points=[];fontFamily=Helvetica;fontSize=14;fontColor=default;labelBackgroundColor=default;" value="&amp;nbsp;1080P 60HZ&amp;nbsp;" vertex="1">
          <mxGeometry relative="1" x="-0.1035" y="4" as="geometry">
            <mxPoint x="5" y="3" as="offset" />
          </mxGeometry>
        </mxCell>
        <UserObject label="&lt;div&gt;Ethernet 1Gbit/s&lt;/div&gt;&lt;div&gt;Network switch&lt;/div&gt;" id="BUdtJf7oYrrgdLHHiytK-301">
          <mxCell parent="1" style="swimlane;whiteSpace=wrap;html=1;startSize=60;perimeterSpacing=0;rounded=1;arcSize=6;align=left;spacingLeft=6;swimlaneFillColor=default;strokeWidth=2;fontSize=14;" vertex="1">
            <mxGeometry height="250" width="210" x="1330" y="990" as="geometry">
              <mxRectangle height="60" width="200" x="330" y="280" as="alternateBounds" />
            </mxGeometry>
          </mxCell>
        </UserObject>
        <mxCell id="BUdtJf7oYrrgdLHHiytK-310" parent="BUdtJf7oYrrgdLHHiytK-301" style="ellipse;whiteSpace=wrap;html=1;aspect=fixed;strokeColor=none;fillColor=light-dark(#FF3333,#007FFF);fontColor=light-dark(#FFFFFF,#007FFF);fillStyle=auto;" value="" vertex="1">
          <mxGeometry height="20" width="20" x="30.5" y="84.5" as="geometry" />
        </mxCell>
        <mxCell id="BUdtJf7oYrrgdLHHiytK-313" parent="BUdtJf7oYrrgdLHHiytK-301" style="ellipse;whiteSpace=wrap;html=1;aspect=fixed;strokeColor=none;fillColor=light-dark(#FF3333,#007FFF);fontColor=light-dark(#FFFFFF,#007FFF);" value="" vertex="1">
          <mxGeometry height="20" width="20" x="30.5" y="206.5" as="geometry" />
        </mxCell>
        <mxCell id="BUdtJf7oYrrgdLHHiytK-317" parent="BUdtJf7oYrrgdLHHiytK-301" style="text;html=1;whiteSpace=wrap;strokeColor=none;fillColor=none;align=center;verticalAlign=middle;rounded=0;fontStyle=1" value="ETHERNET" vertex="1">
          <mxGeometry height="10" width="70" x="70" y="89.5" as="geometry" />
        </mxCell>
        <mxCell id="BUdtJf7oYrrgdLHHiytK-337" parent="BUdtJf7oYrrgdLHHiytK-301" style="shape=switch;whiteSpace=wrap;html=1;fontFamily=Helvetica;fontSize=11;fontColor=default;labelBackgroundColor=default;strokeWidth=2;" value="" vertex="1">
          <mxGeometry height="40" width="40" x="155" y="10" as="geometry" />
        </mxCell>
        <mxCell id="BUdtJf7oYrrgdLHHiytK-340" parent="BUdtJf7oYrrgdLHHiytK-301" style="ellipse;whiteSpace=wrap;html=1;aspect=fixed;strokeColor=none;fillColor=light-dark(#FF3333,#007FFF);fontColor=#ffffff;" value="" vertex="1">
          <mxGeometry height="20" width="20" x="159.5" y="125.5" as="geometry" />
        </mxCell>
        <mxCell id="BUdtJf7oYrrgdLHHiytK-341" parent="BUdtJf7oYrrgdLHHiytK-301" style="ellipse;whiteSpace=wrap;html=1;aspect=fixed;strokeColor=none;fillColor=light-dark(#FF3333,#007FFF);fontColor=#ffffff;" value="" vertex="1">
          <mxGeometry height="20" width="20" x="159.5" y="166.5" as="geometry" />
        </mxCell>
        <mxCell id="BUdtJf7oYrrgdLHHiytK-342" parent="BUdtJf7oYrrgdLHHiytK-301" style="ellipse;whiteSpace=wrap;html=1;aspect=fixed;strokeColor=none;fillColor=light-dark(#FF3333,#007FFF);fontColor=#ffffff;" value="" vertex="1">
          <mxGeometry height="20" width="20" x="159.5" y="206.5" as="geometry" />
        </mxCell>
        <mxCell id="BUdtJf7oYrrgdLHHiytK-347" parent="BUdtJf7oYrrgdLHHiytK-301" style="text;html=1;whiteSpace=wrap;strokeColor=none;fillColor=none;align=center;verticalAlign=middle;rounded=0;fontStyle=1" value="ETHERNET" vertex="1">
          <mxGeometry height="10" width="70" x="70" y="130.5" as="geometry" />
        </mxCell>
        <mxCell id="BUdtJf7oYrrgdLHHiytK-348" parent="BUdtJf7oYrrgdLHHiytK-301" style="text;html=1;whiteSpace=wrap;strokeColor=none;fillColor=none;align=center;verticalAlign=middle;rounded=0;fontStyle=1" value="ETHERNET" vertex="1">
          <mxGeometry height="10" width="70" x="70" y="171.5" as="geometry" />
        </mxCell>
        <mxCell id="BUdtJf7oYrrgdLHHiytK-349" parent="BUdtJf7oYrrgdLHHiytK-301" style="text;html=1;whiteSpace=wrap;strokeColor=none;fillColor=none;align=center;verticalAlign=middle;rounded=0;fontStyle=1" value="ETHERNET" vertex="1">
          <mxGeometry height="10" width="70" x="70" y="211.5" as="geometry" />
        </mxCell>
        <mxCell id="BUdtJf7oYrrgdLHHiytK-354" edge="1" parent="1" source="BUdtJf7oYrrgdLHHiytK-237" style="edgeStyle=orthogonalEdgeStyle;shape=connector;rounded=0;orthogonalLoop=1;jettySize=auto;html=1;entryX=0;entryY=0.5;entryDx=0;entryDy=0;strokeColor=default;strokeWidth=2;align=center;verticalAlign=middle;fontFamily=Helvetica;fontSize=14;fontColor=default;labelBackgroundColor=default;resizable=0;endArrow=classic;endFill=1;startArrow=classic;startFill=1;" target="BUdtJf7oYrrgdLHHiytK-310">
          <mxGeometry relative="1" as="geometry">
            <Array as="points">
              <mxPoint x="855" y="1084" />
            </Array>
          </mxGeometry>
        </mxCell>
        <UserObject label="&lt;div&gt;Blackmagic ATEM Mini Extreme ISO&lt;/div&gt;&lt;span style=&quot;font-weight: normal;&quot;&gt;Camera switcher&lt;/span&gt;" link="https://www.videocraft.com.au/products/blackmagic-design-atem-mini-extreme-iso-live-streaming-camera-switcher" id="BUdtJf7oYrrgdLHHiytK-355">
          <mxCell parent="1" style="swimlane;whiteSpace=wrap;html=1;startSize=60;perimeterSpacing=0;rounded=1;arcSize=6;align=left;spacingLeft=6;swimlaneFillColor=default;strokeWidth=2;fontSize=14;" vertex="1">
            <mxGeometry height="590" width="370" x="3180" y="460" as="geometry">
              <mxRectangle height="60" width="200" x="330" y="280" as="alternateBounds" />
            </mxGeometry>
          </mxCell>
        </UserObject>
        <mxCell id="BUdtJf7oYrrgdLHHiytK-357" parent="BUdtJf7oYrrgdLHHiytK-355" style="ellipse;whiteSpace=wrap;html=1;aspect=fixed;strokeColor=none;fillColor=#60a917;fontColor=#ffffff;" value="" vertex="1">
          <mxGeometry height="20" width="20" x="330" y="80" as="geometry" />
        </mxCell>
        <mxCell id="BUdtJf7oYrrgdLHHiytK-358" parent="BUdtJf7oYrrgdLHHiytK-355" style="ellipse;whiteSpace=wrap;html=1;aspect=fixed;strokeColor=none;fillColor=#60a917;fontColor=#ffffff;" value="" vertex="1">
          <mxGeometry height="20" width="20" x="330" y="121" as="geometry" />
        </mxCell>
        <mxCell id="BUdtJf7oYrrgdLHHiytK-364" parent="BUdtJf7oYrrgdLHHiytK-355" style="ellipse;whiteSpace=wrap;html=1;aspect=fixed;strokeColor=none;fillColor=light-dark(#FF3333,#FF3333);fontColor=#ffffff;fillStyle=auto;" value="" vertex="1">
          <mxGeometry height="20" width="20" x="20" y="82.75" as="geometry" />
        </mxCell>
        <mxCell id="BUdtJf7oYrrgdLHHiytK-365" parent="BUdtJf7oYrrgdLHHiytK-355" style="ellipse;whiteSpace=wrap;html=1;aspect=fixed;strokeColor=none;fillColor=light-dark(#FF3333,#FF3333);fontColor=#ffffff;" value="" vertex="1">
          <mxGeometry height="20" width="20" x="20" y="122" as="geometry" />
        </mxCell>
        <mxCell id="BUdtJf7oYrrgdLHHiytK-366" parent="BUdtJf7oYrrgdLHHiytK-355" style="ellipse;whiteSpace=wrap;html=1;aspect=fixed;strokeColor=none;fillColor=light-dark(#FF3333,#FF3333);fontColor=#ffffff;" value="" vertex="1">
          <mxGeometry height="20" width="20" x="20" y="162" as="geometry" />
        </mxCell>
        <mxCell id="BUdtJf7oYrrgdLHHiytK-371" parent="BUdtJf7oYrrgdLHHiytK-355" style="text;html=1;whiteSpace=wrap;strokeColor=none;fillColor=none;align=left;verticalAlign=middle;rounded=0;fontStyle=1" value="&lt;div&gt;HDMI 1&lt;/div&gt;&lt;span style=&quot;font-weight: normal;&quot;&gt;HDMI&lt;/span&gt;" vertex="1">
          <mxGeometry height="24.5" width="50" x="50" y="80.5" as="geometry" />
        </mxCell>
        <mxCell id="BUdtJf7oYrrgdLHHiytK-372" parent="BUdtJf7oYrrgdLHHiytK-355" style="text;html=1;whiteSpace=wrap;strokeColor=none;fillColor=none;align=right;verticalAlign=middle;rounded=0;fontStyle=1" value="&lt;div&gt;HDMI OUT 1&lt;/div&gt;&lt;span style=&quot;font-weight: normal;&quot;&gt;HDMI&lt;/span&gt;" vertex="1">
          <mxGeometry height="27.25" width="90" x="230" y="76.38" as="geometry" />
        </mxCell>
        <mxCell id="BUdtJf7oYrrgdLHHiytK-389" parent="BUdtJf7oYrrgdLHHiytK-355" style="text;html=1;whiteSpace=wrap;strokeColor=none;fillColor=none;align=center;verticalAlign=middle;rounded=0;fontStyle=1" value="&lt;div&gt;ATEM CONTROL&lt;/div&gt;&lt;div&gt;&lt;span style=&quot;font-weight: normal;&quot;&gt;ETHERNET&lt;/span&gt;&lt;/div&gt;" vertex="1">
          <mxGeometry height="29" width="100" x="135" y="500" as="geometry" />
        </mxCell>
        <mxCell id="BUdtJf7oYrrgdLHHiytK-390" parent="BUdtJf7oYrrgdLHHiytK-355" style="ellipse;whiteSpace=wrap;html=1;aspect=fixed;strokeColor=none;fillColor=#007FFF;fontColor=#ffffff;" value="" vertex="1">
          <mxGeometry height="20" width="20" x="175" y="539" as="geometry" />
        </mxCell>
        <mxCell id="BUdtJf7oYrrgdLHHiytK-393" parent="BUdtJf7oYrrgdLHHiytK-355" style="sketch=0;aspect=fixed;pointerEvents=1;shadow=0;dashed=0;html=1;strokeColor=default;labelPosition=center;verticalLabelPosition=bottom;verticalAlign=top;align=center;fillColor=none;shape=mxgraph.mscae.enterprise.usb;fontFamily=Helvetica;fontSize=11;fontColor=default;labelBackgroundColor=default;strokeWidth=2;" value="" vertex="1">
          <mxGeometry height="36.8" width="80" x="276.9999999999998" y="10" as="geometry" />
        </mxCell>
        <mxCell id="BUdtJf7oYrrgdLHHiytK-409" parent="BUdtJf7oYrrgdLHHiytK-355" style="text;html=1;whiteSpace=wrap;strokeColor=none;fillColor=none;align=left;verticalAlign=middle;rounded=0;fontStyle=1" value="&lt;div&gt;HDMI 2&lt;/div&gt;&lt;span style=&quot;font-weight: normal;&quot;&gt;HDMI&lt;/span&gt;" vertex="1">
          <mxGeometry height="25.25" width="50" x="50" y="119.37" as="geometry" />
        </mxCell>
        <mxCell id="BUdtJf7oYrrgdLHHiytK-410" parent="BUdtJf7oYrrgdLHHiytK-355" style="text;html=1;whiteSpace=wrap;strokeColor=none;fillColor=none;align=left;verticalAlign=middle;rounded=0;fontStyle=1" value="&lt;div&gt;HDMI 3&lt;/div&gt;&lt;span style=&quot;font-weight: normal;&quot;&gt;HDMI&lt;/span&gt;" vertex="1">
          <mxGeometry height="22.5" width="50" x="50" y="160.75" as="geometry" />
        </mxCell>
        <mxCell id="BUdtJf7oYrrgdLHHiytK-411" parent="BUdtJf7oYrrgdLHHiytK-355" style="text;html=1;whiteSpace=wrap;strokeColor=none;fillColor=none;align=right;verticalAlign=middle;rounded=0;fontStyle=1" value="&lt;div&gt;HDMI OUT 2&lt;/div&gt;&lt;span style=&quot;font-weight: normal;&quot;&gt;HDMI&lt;/span&gt;" vertex="1">
          <mxGeometry height="26.25" width="80" x="240" y="117.87" as="geometry" />
        </mxCell>
        <mxCell id="_8OXxmxYWQQ_x3kSA-AO-68" parent="BUdtJf7oYrrgdLHHiytK-355" style="text;html=1;whiteSpace=wrap;strokeColor=none;fillColor=none;align=left;verticalAlign=middle;rounded=0;fontStyle=1" value="&lt;div&gt;HDMI 4&lt;/div&gt;&lt;span style=&quot;font-weight: normal;&quot;&gt;HDMI&lt;/span&gt;" vertex="1">
          <mxGeometry height="22.5" width="50" x="50" y="200" as="geometry" />
        </mxCell>
        <mxCell id="_8OXxmxYWQQ_x3kSA-AO-69" parent="BUdtJf7oYrrgdLHHiytK-355" style="ellipse;whiteSpace=wrap;html=1;aspect=fixed;strokeColor=none;fillColor=light-dark(#FF3333,#FF3333);fontColor=#ffffff;" value="" vertex="1">
          <mxGeometry height="20" width="20" x="20" y="201.25" as="geometry" />
        </mxCell>
        <mxCell id="_8OXxmxYWQQ_x3kSA-AO-70" parent="BUdtJf7oYrrgdLHHiytK-355" style="text;html=1;whiteSpace=wrap;strokeColor=none;fillColor=none;align=left;verticalAlign=middle;rounded=0;fontStyle=1" value="&lt;div&gt;HDMI 5&lt;/div&gt;&lt;span style=&quot;font-weight: normal;&quot;&gt;HDMI&lt;/span&gt;" vertex="1">
          <mxGeometry height="22.5" width="50" x="50" y="238.75" as="geometry" />
        </mxCell>
        <mxCell id="_8OXxmxYWQQ_x3kSA-AO-71" parent="BUdtJf7oYrrgdLHHiytK-355" style="ellipse;whiteSpace=wrap;html=1;aspect=fixed;strokeColor=none;fillColor=light-dark(#FF3333,#FF3333);fontColor=#ffffff;" value="" vertex="1">
          <mxGeometry height="20" width="20" x="20" y="240" as="geometry" />
        </mxCell>
        <mxCell id="_8OXxmxYWQQ_x3kSA-AO-72" parent="BUdtJf7oYrrgdLHHiytK-355" style="text;html=1;whiteSpace=wrap;strokeColor=none;fillColor=none;align=left;verticalAlign=middle;rounded=0;fontStyle=1" value="&lt;div&gt;HDMI 6&lt;/div&gt;&lt;span style=&quot;font-weight: normal;&quot;&gt;HDMI&lt;/span&gt;" vertex="1">
          <mxGeometry height="22.5" width="50" x="50" y="280" as="geometry" />
        </mxCell>
        <mxCell id="_8OXxmxYWQQ_x3kSA-AO-73" parent="BUdtJf7oYrrgdLHHiytK-355" style="ellipse;whiteSpace=wrap;html=1;aspect=fixed;strokeColor=none;fillColor=light-dark(#FF3333,#FF3333);fontColor=#ffffff;" value="" vertex="1">
          <mxGeometry height="20" width="20" x="20" y="281.25" as="geometry" />
        </mxCell>
        <mxCell id="_8OXxmxYWQQ_x3kSA-AO-74" parent="BUdtJf7oYrrgdLHHiytK-355" style="text;html=1;whiteSpace=wrap;strokeColor=none;fillColor=none;align=left;verticalAlign=middle;rounded=0;fontStyle=1" value="&lt;div&gt;HDMI 7&lt;/div&gt;&lt;span style=&quot;font-weight: normal;&quot;&gt;HDMI&lt;/span&gt;" vertex="1">
          <mxGeometry height="22.5" width="50" x="50" y="320" as="geometry" />
        </mxCell>
        <mxCell id="_8OXxmxYWQQ_x3kSA-AO-75" parent="BUdtJf7oYrrgdLHHiytK-355" style="ellipse;whiteSpace=wrap;html=1;aspect=fixed;strokeColor=none;fillColor=light-dark(#FF3333,#FF3333);fontColor=#ffffff;" value="" vertex="1">
          <mxGeometry height="20" width="20" x="20" y="321.25" as="geometry" />
        </mxCell>
        <mxCell id="_8OXxmxYWQQ_x3kSA-AO-76" parent="BUdtJf7oYrrgdLHHiytK-355" style="text;html=1;whiteSpace=wrap;strokeColor=none;fillColor=none;align=left;verticalAlign=middle;rounded=0;fontStyle=1" value="&lt;div&gt;HDMI 8&lt;/div&gt;&lt;span style=&quot;font-weight: normal;&quot;&gt;HDMI&lt;/span&gt;" vertex="1">
          <mxGeometry height="22.5" width="50" x="50" y="360" as="geometry" />
        </mxCell>
        <mxCell id="_8OXxmxYWQQ_x3kSA-AO-77" parent="BUdtJf7oYrrgdLHHiytK-355" style="ellipse;whiteSpace=wrap;html=1;aspect=fixed;strokeColor=none;fillColor=light-dark(#FF3333,#FF3333);fontColor=#ffffff;" value="" vertex="1">
          <mxGeometry height="20" width="20" x="20" y="361.25" as="geometry" />
        </mxCell>
        <mxCell id="_8OXxmxYWQQ_x3kSA-AO-78" parent="BUdtJf7oYrrgdLHHiytK-355" style="ellipse;whiteSpace=wrap;html=1;aspect=fixed;strokeColor=none;fillColor=light-dark(#60A917,#007FFF);fontColor=#ffffff;" value="" vertex="1">
          <mxGeometry height="20" width="20" x="330" y="162.01" as="geometry" />
        </mxCell>
        <mxCell id="_8OXxmxYWQQ_x3kSA-AO-79" parent="BUdtJf7oYrrgdLHHiytK-355" style="text;html=1;whiteSpace=wrap;strokeColor=none;fillColor=none;align=right;verticalAlign=middle;rounded=0;fontStyle=1" value="&lt;div&gt;USB A&lt;/div&gt;&lt;span style=&quot;font-weight: normal;&quot;&gt;USB-C&lt;/span&gt;" vertex="1">
          <mxGeometry height="26.25" width="80" x="240" y="158.88" as="geometry" />
        </mxCell>
        <mxCell id="_8OXxmxYWQQ_x3kSA-AO-80" parent="BUdtJf7oYrrgdLHHiytK-355" style="text;html=1;whiteSpace=wrap;strokeColor=none;fillColor=none;align=right;verticalAlign=middle;rounded=0;fontStyle=1" value="&lt;div&gt;USB B&lt;/div&gt;&lt;span style=&quot;font-weight: normal;&quot;&gt;USB-C&lt;/span&gt;" vertex="1">
          <mxGeometry height="26.25" width="80" x="240" y="198.13" as="geometry" />
        </mxCell>
        <mxCell id="_8OXxmxYWQQ_x3kSA-AO-81" parent="BUdtJf7oYrrgdLHHiytK-355" style="ellipse;whiteSpace=wrap;html=1;aspect=fixed;strokeColor=none;fillColor=light-dark(#60A917,#007FFF);fontColor=#ffffff;" value="" vertex="1">
          <mxGeometry height="20" width="20" x="330" y="201.26" as="geometry" />
        </mxCell>
        <mxCell id="_8OXxmxYWQQ_x3kSA-AO-82" parent="BUdtJf7oYrrgdLHHiytK-355" style="text;html=1;whiteSpace=wrap;strokeColor=none;fillColor=none;align=left;verticalAlign=middle;rounded=0;fontStyle=1" value="&lt;div&gt;MIC 1&lt;/div&gt;&lt;div&gt;&lt;span style=&quot;font-weight: normal;&quot;&gt;3.5MM AUX&lt;/span&gt;&lt;/div&gt;" vertex="1">
          <mxGeometry height="22.5" width="80" x="50" y="400" as="geometry" />
        </mxCell>
        <mxCell id="_8OXxmxYWQQ_x3kSA-AO-83" parent="BUdtJf7oYrrgdLHHiytK-355" style="ellipse;whiteSpace=wrap;html=1;aspect=fixed;strokeColor=none;fillColor=light-dark(#FF3333,#FF3333);fontColor=#ffffff;" value="" vertex="1">
          <mxGeometry height="20" width="20" x="20" y="401.25" as="geometry" />
        </mxCell>
        <mxCell id="_8OXxmxYWQQ_x3kSA-AO-84" parent="BUdtJf7oYrrgdLHHiytK-355" style="text;html=1;whiteSpace=wrap;strokeColor=none;fillColor=none;align=left;verticalAlign=middle;rounded=0;fontStyle=1" value="&lt;div&gt;MIC 2&lt;/div&gt;&lt;div&gt;&lt;span style=&quot;font-weight: normal;&quot;&gt;3.5MM AUX&lt;/span&gt;&lt;/div&gt;" vertex="1">
          <mxGeometry height="22.5" width="70" x="50" y="439" as="geometry" />
        </mxCell>
        <mxCell id="_8OXxmxYWQQ_x3kSA-AO-85" parent="BUdtJf7oYrrgdLHHiytK-355" style="ellipse;whiteSpace=wrap;html=1;aspect=fixed;strokeColor=none;fillColor=light-dark(#FF3333,#FF3333);fontColor=#ffffff;" value="" vertex="1">
          <mxGeometry height="20" width="20" x="20" y="440.25" as="geometry" />
        </mxCell>
        <mxCell id="_8OXxmxYWQQ_x3kSA-AO-86" parent="BUdtJf7oYrrgdLHHiytK-355" style="text;html=1;whiteSpace=wrap;strokeColor=none;fillColor=none;align=right;verticalAlign=middle;rounded=0;fontStyle=1" value="&lt;div&gt;HEADPHONES&lt;/div&gt;&lt;span style=&quot;font-weight: normal;&quot;&gt;3.5MM AUX&lt;/span&gt;" vertex="1">
          <mxGeometry height="26.25" width="90" x="230" y="236.88" as="geometry" />
        </mxCell>
        <mxCell id="_8OXxmxYWQQ_x3kSA-AO-87" parent="BUdtJf7oYrrgdLHHiytK-355" style="ellipse;whiteSpace=wrap;html=1;aspect=fixed;strokeColor=none;fillColor=light-dark(#60A917,#007FFF);fontColor=#ffffff;" value="" vertex="1">
          <mxGeometry height="20" width="20" x="330" y="240.01" as="geometry" />
        </mxCell>
        <UserObject label="&lt;div&gt;HP Monitor&lt;/div&gt;&lt;div&gt;&lt;span style=&quot;font-weight: normal;&quot;&gt;Mac mini desktop&lt;/span&gt;&lt;/div&gt;" id="BUdtJf7oYrrgdLHHiytK-394">
          <mxCell parent="1" style="swimlane;whiteSpace=wrap;html=1;startSize=60;perimeterSpacing=0;rounded=1;arcSize=6;align=left;spacingLeft=6;swimlaneFillColor=default;strokeWidth=2;fontSize=14;" vertex="1">
            <mxGeometry height="120" width="240" x="4100" y="880" as="geometry">
              <mxRectangle height="60" width="200" x="330" y="280" as="alternateBounds" />
            </mxGeometry>
          </mxCell>
        </UserObject>
        <mxCell id="BUdtJf7oYrrgdLHHiytK-403" parent="BUdtJf7oYrrgdLHHiytK-394" style="ellipse;whiteSpace=wrap;html=1;aspect=fixed;strokeColor=none;fillColor=light-dark(#FF3333,#FF3333);fontColor=#ffffff;fillStyle=auto;" value="" vertex="1">
          <mxGeometry height="20" width="20" x="20" y="80" as="geometry" />
        </mxCell>
        <mxCell id="BUdtJf7oYrrgdLHHiytK-404" parent="BUdtJf7oYrrgdLHHiytK-394" style="text;html=1;whiteSpace=wrap;strokeColor=none;fillColor=none;align=left;verticalAlign=middle;rounded=0;fontStyle=1" value="HDMI" vertex="1">
          <mxGeometry height="10" width="50" x="50" y="85" as="geometry" />
        </mxCell>
        <mxCell id="BUdtJf7oYrrgdLHHiytK-405" parent="BUdtJf7oYrrgdLHHiytK-394" style="verticalLabelPosition=bottom;html=1;verticalAlign=top;align=center;strokeColor=default;fillColor=none;shape=mxgraph.azure.computer;pointerEvents=1;fontFamily=Helvetica;fontSize=11;fontColor=default;labelBackgroundColor=default;strokeWidth=2;" value="" vertex="1">
          <mxGeometry height="45" width="50" x="180" y="8" as="geometry" />
        </mxCell>
        <mxCell id="BUdtJf7oYrrgdLHHiytK-407" edge="1" parent="1" source="BUdtJf7oYrrgdLHHiytK-340" style="edgeStyle=orthogonalEdgeStyle;shape=connector;rounded=0;orthogonalLoop=1;jettySize=auto;html=1;entryX=0.5;entryY=1;entryDx=0;entryDy=0;strokeColor=default;strokeWidth=2;align=center;verticalAlign=middle;fontFamily=Helvetica;fontSize=14;fontColor=default;labelBackgroundColor=default;resizable=0;endArrow=classic;endFill=1;startArrow=classic;startFill=1;" target="BUdtJf7oYrrgdLHHiytK-195">
-           <mxGeometry relative="1" as="geometry" />
+           <mxGeometry relative="1" as="geometry">
+             <Array as="points">
+               <mxPoint x="2340" y="1126" />
+               <mxPoint x="2340" y="790" />
+               <mxPoint x="2555" y="790" />
+             </Array>
+           </mxGeometry>
        </mxCell>
        <mxCell id="BUdtJf7oYrrgdLHHiytK-408" edge="1" parent="1" source="BUdtJf7oYrrgdLHHiytK-341" style="edgeStyle=orthogonalEdgeStyle;shape=connector;rounded=0;orthogonalLoop=1;jettySize=auto;html=1;entryX=0.5;entryY=1;entryDx=0;entryDy=0;strokeColor=default;strokeWidth=2;align=center;verticalAlign=middle;fontFamily=Helvetica;fontSize=14;fontColor=default;labelBackgroundColor=default;resizable=0;endArrow=classic;endFill=1;startArrow=classic;startFill=1;" target="BUdtJf7oYrrgdLHHiytK-390">
          <mxGeometry relative="1" as="geometry" />
        </mxCell>
        <UserObject label="&lt;div&gt;HP Monitor&lt;/div&gt;&lt;div&gt;&lt;span style=&quot;font-weight: normal;&quot;&gt;Mac mini desktop&lt;/span&gt;&lt;/div&gt;" id="BUdtJf7oYrrgdLHHiytK-414">
          <mxCell parent="1" style="swimlane;whiteSpace=wrap;html=1;startSize=60;perimeterSpacing=0;rounded=1;arcSize=6;align=left;spacingLeft=6;swimlaneFillColor=default;strokeWidth=2;fontSize=14;" vertex="1">
            <mxGeometry height="120" width="240" x="3720" y="460" as="geometry">
              <mxRectangle height="60" width="200" x="330" y="280" as="alternateBounds" />
            </mxGeometry>
          </mxCell>
        </UserObject>
        <mxCell id="BUdtJf7oYrrgdLHHiytK-415" parent="BUdtJf7oYrrgdLHHiytK-414" style="ellipse;whiteSpace=wrap;html=1;aspect=fixed;strokeColor=none;fillColor=light-dark(#FF3333,#FF3333);fontColor=#ffffff;fillStyle=auto;" value="" vertex="1">
          <mxGeometry height="20" width="20" x="20" y="80" as="geometry" />
        </mxCell>
        <mxCell id="BUdtJf7oYrrgdLHHiytK-416" parent="BUdtJf7oYrrgdLHHiytK-414" style="text;html=1;whiteSpace=wrap;strokeColor=none;fillColor=none;align=left;verticalAlign=middle;rounded=0;fontStyle=1" value="HDMI" vertex="1">
          <mxGeometry height="10" width="50" x="50" y="85" as="geometry" />
        </mxCell>
        <mxCell id="BUdtJf7oYrrgdLHHiytK-417" parent="BUdtJf7oYrrgdLHHiytK-414" style="verticalLabelPosition=bottom;html=1;verticalAlign=top;align=center;strokeColor=default;fillColor=none;shape=mxgraph.azure.computer;pointerEvents=1;fontFamily=Helvetica;fontSize=11;fontColor=default;labelBackgroundColor=default;strokeWidth=2;" value="" vertex="1">
          <mxGeometry height="45" width="50" x="180" y="8" as="geometry" />
        </mxCell>
        <mxCell id="BUdtJf7oYrrgdLHHiytK-418" edge="1" parent="1" source="BUdtJf7oYrrgdLHHiytK-357" style="edgeStyle=orthogonalEdgeStyle;shape=connector;rounded=0;orthogonalLoop=1;jettySize=auto;html=1;entryX=0;entryY=0.5;entryDx=0;entryDy=0;strokeColor=default;strokeWidth=2;align=center;verticalAlign=middle;fontFamily=Helvetica;fontSize=14;fontColor=default;labelBackgroundColor=default;resizable=0;endArrow=classic;endFill=1;" target="BUdtJf7oYrrgdLHHiytK-415">
          <mxGeometry relative="1" as="geometry" />
        </mxCell>
        <UserObject label="&lt;div&gt;IKAN Monitor&lt;/div&gt;&lt;div&gt;&lt;span style=&quot;font-weight: normal;&quot;&gt;Teleprompter&lt;/span&gt;&lt;/div&gt;" id="BUdtJf7oYrrgdLHHiytK-419">
          <mxCell parent="1" style="swimlane;whiteSpace=wrap;html=1;startSize=60;perimeterSpacing=0;rounded=1;arcSize=6;align=left;spacingLeft=6;swimlaneFillColor=default;strokeWidth=2;fontSize=14;" vertex="1">
            <mxGeometry height="120" width="240" x="3720" y="600" as="geometry">
              <mxRectangle height="60" width="200" x="330" y="280" as="alternateBounds" />
            </mxGeometry>
          </mxCell>
        </UserObject>
        <mxCell id="BUdtJf7oYrrgdLHHiytK-420" parent="BUdtJf7oYrrgdLHHiytK-419" style="ellipse;whiteSpace=wrap;html=1;aspect=fixed;strokeColor=none;fillColor=light-dark(#FF3333,#FF3333);fontColor=#ffffff;fillStyle=auto;" value="" vertex="1">
          <mxGeometry height="20" width="20" x="20" y="80" as="geometry" />
        </mxCell>
        <mxCell id="BUdtJf7oYrrgdLHHiytK-421" parent="BUdtJf7oYrrgdLHHiytK-419" style="text;html=1;whiteSpace=wrap;strokeColor=none;fillColor=none;align=left;verticalAlign=middle;rounded=0;fontStyle=1" value="HDMI" vertex="1">
          <mxGeometry height="10" width="50" x="50" y="85" as="geometry" />
        </mxCell>
        <mxCell id="BUdtJf7oYrrgdLHHiytK-422" parent="BUdtJf7oYrrgdLHHiytK-419" style="verticalLabelPosition=bottom;html=1;verticalAlign=top;align=center;strokeColor=default;fillColor=none;shape=mxgraph.azure.computer;pointerEvents=1;fontFamily=Helvetica;fontSize=11;fontColor=default;labelBackgroundColor=default;strokeWidth=2;" value="" vertex="1">
          <mxGeometry height="45" width="50" x="180" y="8" as="geometry" />
        </mxCell>
        <mxCell id="BUdtJf7oYrrgdLHHiytK-423" edge="1" parent="1" source="BUdtJf7oYrrgdLHHiytK-358" style="edgeStyle=orthogonalEdgeStyle;shape=connector;rounded=0;orthogonalLoop=1;jettySize=auto;html=1;entryX=0;entryY=0.5;entryDx=0;entryDy=0;strokeColor=default;strokeWidth=2;align=center;verticalAlign=middle;fontFamily=Helvetica;fontSize=14;fontColor=default;labelBackgroundColor=default;resizable=0;endArrow=classic;endFill=1;" target="BUdtJf7oYrrgdLHHiytK-420">
          <mxGeometry relative="1" as="geometry" />
        </mxCell>
        <UserObject label="&lt;div&gt;THWT HDMI 2.1 Emulator&lt;/div&gt;&lt;div&gt;&lt;span style=&quot;font-weight: normal;&quot;&gt;EDID Emulator&lt;/span&gt;&lt;/div&gt;" link="https://www.startech.com/en-au/display-video-adapters/usbc-hdmi-cdp2hd4k60" id="_8OXxmxYWQQ_x3kSA-AO-2">
          <mxCell parent="1" style="swimlane;whiteSpace=wrap;html=1;startSize=60;perimeterSpacing=0;rounded=1;arcSize=6;align=left;spacingLeft=6;swimlaneFillColor=default;strokeWidth=2;fontSize=14;" vertex="1">
            <mxGeometry height="120" width="310" x="1530" y="610" as="geometry">
              <mxRectangle height="60" width="200" x="330" y="280" as="alternateBounds" />
            </mxGeometry>
          </mxCell>
        </UserObject>
        <mxCell id="_8OXxmxYWQQ_x3kSA-AO-4" parent="_8OXxmxYWQQ_x3kSA-AO-2" style="ellipse;whiteSpace=wrap;html=1;aspect=fixed;strokeColor=none;fillColor=#60a917;fontColor=#ffffff;" value="" vertex="1">
          <mxGeometry height="20" width="20" x="270" y="80" as="geometry" />
        </mxCell>
        <mxCell id="_8OXxmxYWQQ_x3kSA-AO-5" parent="_8OXxmxYWQQ_x3kSA-AO-2" style="text;html=1;whiteSpace=wrap;strokeColor=none;fillColor=none;align=right;verticalAlign=middle;rounded=0;" value="&lt;b&gt;HDMI&lt;/b&gt;" vertex="1">
          <mxGeometry height="14.5" width="70" x="190" y="82.75" as="geometry" />
        </mxCell>
        <mxCell id="_8OXxmxYWQQ_x3kSA-AO-6" parent="_8OXxmxYWQQ_x3kSA-AO-2" style="ellipse;whiteSpace=wrap;html=1;aspect=fixed;strokeColor=none;fillColor=light-dark(#FF3333,#FF3333);fontColor=#ffffff;fillStyle=auto;" value="" vertex="1">
          <mxGeometry height="20" width="20" x="20" y="80" as="geometry" />
        </mxCell>
        <mxCell id="_8OXxmxYWQQ_x3kSA-AO-7" parent="_8OXxmxYWQQ_x3kSA-AO-2" style="text;html=1;whiteSpace=wrap;strokeColor=none;fillColor=none;align=left;verticalAlign=middle;rounded=0;fontStyle=1" value="HDMI" vertex="1">
          <mxGeometry height="10" width="50" x="50" y="85" as="geometry" />
        </mxCell>
        <mxCell id="_8OXxmxYWQQ_x3kSA-AO-8" parent="_8OXxmxYWQQ_x3kSA-AO-2" style="verticalLabelPosition=bottom;aspect=fixed;html=1;verticalAlign=top;fillColor=strokeColor;align=center;outlineConnect=0;shape=mxgraph.fluid_power.x10060;points=[[1,0.72,0],[1,1,0]];strokeWidth=2;" value="" vertex="1">
          <mxGeometry height="38.38" width="67.9" x="230" y="10" as="geometry" />
        </mxCell>
        <mxCell id="_8OXxmxYWQQ_x3kSA-AO-1" edge="1" parent="1" source="BUdtJf7oYrrgdLHHiytK-285" style="edgeStyle=orthogonalEdgeStyle;shape=connector;rounded=0;orthogonalLoop=1;jettySize=auto;html=1;strokeColor=default;strokeWidth=2;align=center;verticalAlign=middle;fontFamily=Helvetica;fontSize=14;fontColor=default;labelBackgroundColor=default;resizable=0;endArrow=classic;endFill=1;entryX=0;entryY=0.5;entryDx=0;entryDy=0;" target="_8OXxmxYWQQ_x3kSA-AO-6">
          <mxGeometry relative="1" as="geometry">
            <mxPoint x="920" y="700" as="targetPoint" />
          </mxGeometry>
        </mxCell>
        <mxCell id="_8OXxmxYWQQ_x3kSA-AO-9" edge="1" parent="1" source="_8OXxmxYWQQ_x3kSA-AO-4" style="edgeStyle=orthogonalEdgeStyle;shape=connector;rounded=0;orthogonalLoop=1;jettySize=auto;html=1;entryX=0;entryY=0.5;entryDx=0;entryDy=0;strokeColor=default;strokeWidth=2;align=center;verticalAlign=middle;fontFamily=Helvetica;fontSize=14;fontColor=default;labelBackgroundColor=default;resizable=0;endArrow=classic;endFill=1;" target="BUdtJf7oYrrgdLHHiytK-252">
          <mxGeometry relative="1" as="geometry" />
        </mxCell>
        <mxCell id="_8OXxmxYWQQ_x3kSA-AO-20" edge="1" parent="1" source="BUdtJf7oYrrgdLHHiytK-245" style="edgeStyle=orthogonalEdgeStyle;shape=connector;rounded=0;orthogonalLoop=1;jettySize=auto;html=1;entryX=0;entryY=0.5;entryDx=0;entryDy=0;strokeColor=default;strokeWidth=2;align=center;verticalAlign=middle;fontFamily=Helvetica;fontSize=14;fontColor=default;labelBackgroundColor=default;resizable=0;endArrow=classic;endFill=1;" target="BUdtJf7oYrrgdLHHiytK-170">
          <mxGeometry relative="1" as="geometry" />
        </mxCell>
        <UserObject label="&lt;div&gt;Blackmagic Microconverter 3G&lt;/div&gt;&lt;div&gt;&lt;span style=&quot;font-weight: normal;&quot;&gt;SDI to HDMI Converter&lt;/span&gt;&lt;/div&gt;" link="https://www.blackmagicdesign.com/au/products/microconverters/techspecs/W-CONU-12" id="_8OXxmxYWQQ_x3kSA-AO-28">
          <mxCell parent="1" style="swimlane;whiteSpace=wrap;html=1;startSize=60;perimeterSpacing=0;rounded=1;arcSize=6;align=left;spacingLeft=6;swimlaneFillColor=default;strokeWidth=2;fontSize=14;" vertex="1">
            <mxGeometry height="160" width="310" x="2790" y="500" as="geometry">
              <mxRectangle height="60" width="200" x="330" y="280" as="alternateBounds" />
            </mxGeometry>
          </mxCell>
        </UserObject>
        <mxCell id="_8OXxmxYWQQ_x3kSA-AO-30" parent="_8OXxmxYWQQ_x3kSA-AO-28" style="ellipse;whiteSpace=wrap;html=1;aspect=fixed;strokeColor=none;fillColor=#60a917;fontColor=#ffffff;" value="" vertex="1">
          <mxGeometry height="20" width="20" x="270" y="82" as="geometry" />
        </mxCell>
        <mxCell id="_8OXxmxYWQQ_x3kSA-AO-31" parent="_8OXxmxYWQQ_x3kSA-AO-28" style="ellipse;whiteSpace=wrap;html=1;aspect=fixed;strokeColor=none;fillColor=#60a917;fontColor=#ffffff;" value="" vertex="1">
          <mxGeometry height="20" width="20" x="270" y="121" as="geometry" />
        </mxCell>
        <mxCell id="_8OXxmxYWQQ_x3kSA-AO-37" parent="_8OXxmxYWQQ_x3kSA-AO-28" style="ellipse;whiteSpace=wrap;html=1;aspect=fixed;strokeColor=none;fillColor=light-dark(#FF3333,#FF3333);fontColor=#ffffff;fillStyle=auto;" value="" vertex="1">
          <mxGeometry height="20" width="20" x="20" y="82" as="geometry" />
        </mxCell>
        <mxCell id="_8OXxmxYWQQ_x3kSA-AO-38" parent="_8OXxmxYWQQ_x3kSA-AO-28" style="ellipse;whiteSpace=wrap;html=1;aspect=fixed;strokeColor=none;fillColor=light-dark(#FF3333,#FF3333);fontColor=#ffffff;" value="" vertex="1">
          <mxGeometry height="20" width="20" x="20" y="121" as="geometry" />
        </mxCell>
        <mxCell id="_8OXxmxYWQQ_x3kSA-AO-44" parent="_8OXxmxYWQQ_x3kSA-AO-28" style="text;html=1;whiteSpace=wrap;strokeColor=none;fillColor=none;align=left;verticalAlign=middle;rounded=0;" value="&lt;div&gt;&lt;b&gt;SDI IN&lt;/b&gt;&lt;/div&gt;&lt;div&gt;SDI&lt;/div&gt;" vertex="1">
          <mxGeometry height="29" width="90" x="50" y="77.5" as="geometry" />
        </mxCell>
        <mxCell id="_8OXxmxYWQQ_x3kSA-AO-45" parent="_8OXxmxYWQQ_x3kSA-AO-28" style="text;html=1;whiteSpace=wrap;strokeColor=none;fillColor=none;align=right;verticalAlign=middle;rounded=0;" value="&lt;div&gt;&lt;b&gt;HDMI OUT&lt;/b&gt;&lt;/div&gt;&lt;div&gt;HDMI&lt;/div&gt;" vertex="1">
          <mxGeometry height="29" width="100" x="160" y="77.5" as="geometry" />
        </mxCell>
        <mxCell id="_8OXxmxYWQQ_x3kSA-AO-46" parent="_8OXxmxYWQQ_x3kSA-AO-28" style="text;html=1;whiteSpace=wrap;strokeColor=none;fillColor=none;align=left;verticalAlign=middle;rounded=0;" value="&lt;div&gt;&lt;b&gt;INPUT NAME&lt;/b&gt;&lt;/div&gt;&lt;div&gt;INPUT TYPE&lt;/div&gt;" vertex="1">
          <mxGeometry height="29" width="90" x="50" y="116.5" as="geometry" />
        </mxCell>
        <mxCell id="_8OXxmxYWQQ_x3kSA-AO-47" parent="_8OXxmxYWQQ_x3kSA-AO-28" style="text;html=1;whiteSpace=wrap;strokeColor=none;fillColor=none;align=right;verticalAlign=middle;rounded=0;" value="&lt;div&gt;&lt;b&gt;SDI LOOP OUT&lt;/b&gt;&lt;/div&gt;&lt;div&gt;SDI&lt;/div&gt;" vertex="1">
          <mxGeometry height="29" width="90" x="170" y="116.5" as="geometry" />
        </mxCell>
        <mxCell id="_8OXxmxYWQQ_x3kSA-AO-64" parent="_8OXxmxYWQQ_x3kSA-AO-28" style="verticalLabelPosition=bottom;aspect=fixed;html=1;verticalAlign=top;fillColor=strokeColor;align=center;outlineConnect=0;shape=mxgraph.fluid_power.x10060;points=[[1,0.72,0],[1,1,0]];strokeWidth=2;" value="" vertex="1">
          <mxGeometry height="38.38" width="67.9" x="230" y="10" as="geometry" />
        </mxCell>
        <mxCell id="_8OXxmxYWQQ_x3kSA-AO-66" edge="1" parent="1" source="BUdtJf7oYrrgdLHHiytK-164" style="edgeStyle=orthogonalEdgeStyle;shape=connector;rounded=0;orthogonalLoop=1;jettySize=auto;html=1;entryX=0;entryY=0.5;entryDx=0;entryDy=0;strokeColor=default;strokeWidth=2;align=center;verticalAlign=middle;fontFamily=Helvetica;fontSize=14;fontColor=default;labelBackgroundColor=default;resizable=0;endArrow=classic;endFill=1;" target="_8OXxmxYWQQ_x3kSA-AO-37">
          <mxGeometry relative="1" as="geometry" />
        </mxCell>
        <mxCell id="_8OXxmxYWQQ_x3kSA-AO-67" edge="1" parent="1" source="_8OXxmxYWQQ_x3kSA-AO-30" style="edgeStyle=orthogonalEdgeStyle;shape=connector;rounded=0;orthogonalLoop=1;jettySize=auto;html=1;entryX=0;entryY=0.5;entryDx=0;entryDy=0;strokeColor=default;strokeWidth=2;align=center;verticalAlign=middle;fontFamily=Helvetica;fontSize=14;fontColor=default;labelBackgroundColor=default;resizable=0;endArrow=classic;endFill=1;" target="BUdtJf7oYrrgdLHHiytK-365">
          <mxGeometry relative="1" as="geometry" />
        </mxCell>
        <mxCell id="_8OXxmxYWQQ_x3kSA-AO-88" edge="1" parent="1" source="BUdtJf7oYrrgdLHHiytK-162" style="edgeStyle=orthogonalEdgeStyle;shape=connector;rounded=0;orthogonalLoop=1;jettySize=auto;html=1;entryX=0;entryY=0.5;entryDx=0;entryDy=0;strokeColor=default;strokeWidth=2;align=center;verticalAlign=middle;fontFamily=Helvetica;fontSize=14;fontColor=default;labelBackgroundColor=default;resizable=0;endArrow=classic;endFill=1;" target="BUdtJf7oYrrgdLHHiytK-364">
          <mxGeometry relative="1" as="geometry">
            <Array as="points">
              <mxPoint x="2740" y="510" />
-               <mxPoint x="2740" y="450" />
-               <mxPoint x="3140" y="450" />
+               <mxPoint x="2740" y="470" />
+               <mxPoint x="3140" y="470" />
              <mxPoint x="3140" y="553" />
+             </Array>
+           </mxGeometry>
+         </mxCell>
+         <UserObject label="&lt;div&gt;Anker 551 USB-C Hub&lt;/div&gt;&lt;div&gt;&lt;span style=&quot;font-weight: normal;&quot;&gt;Computer hub&lt;/span&gt;&lt;/div&gt;" id="_8OXxmxYWQQ_x3kSA-AO-89">
+           <mxCell parent="1" style="swimlane;whiteSpace=wrap;html=1;startSize=60;perimeterSpacing=0;rounded=1;arcSize=6;align=left;spacingLeft=6;swimlaneFillColor=default;strokeWidth=2;fontSize=14;" vertex="1">
+             <mxGeometry height="250" width="331" x="2779.5" y="710" as="geometry">
+               <mxRectangle height="60" width="200" x="330" y="280" as="alternateBounds" />
+             </mxGeometry>
+           </mxCell>
+         </UserObject>
+         <mxCell id="_8OXxmxYWQQ_x3kSA-AO-91" parent="_8OXxmxYWQQ_x3kSA-AO-89" style="ellipse;whiteSpace=wrap;html=1;aspect=fixed;strokeColor=none;fillColor=#60a917;fontColor=#ffffff;" value="" vertex="1">
+           <mxGeometry height="20" width="20" x="290" y="80" as="geometry" />
+         </mxCell>
+         <mxCell id="_8OXxmxYWQQ_x3kSA-AO-98" parent="_8OXxmxYWQQ_x3kSA-AO-89" style="ellipse;whiteSpace=wrap;html=1;aspect=fixed;strokeColor=none;fillColor=light-dark(#FF3333,#FF3333);fontColor=#ffffff;fillStyle=auto;" value="" vertex="1">
+           <mxGeometry height="20" width="20" x="20" y="80" as="geometry" />
+         </mxCell>
+         <mxCell id="_8OXxmxYWQQ_x3kSA-AO-99" parent="_8OXxmxYWQQ_x3kSA-AO-89" style="ellipse;whiteSpace=wrap;html=1;aspect=fixed;strokeColor=none;fillColor=light-dark(#FF3333,#FF3333);fontColor=#ffffff;" value="" vertex="1">
+           <mxGeometry height="20" width="20" x="20" y="121" as="geometry" />
+         </mxCell>
+         <mxCell id="_8OXxmxYWQQ_x3kSA-AO-101" parent="_8OXxmxYWQQ_x3kSA-AO-89" style="ellipse;whiteSpace=wrap;html=1;aspect=fixed;strokeColor=none;fillColor=light-dark(#FF3333,#FF3333);fontColor=#ffffff;" value="" vertex="1">
+           <mxGeometry height="20" width="20" x="20" y="162" as="geometry" />
+         </mxCell>
+         <mxCell id="_8OXxmxYWQQ_x3kSA-AO-102" parent="_8OXxmxYWQQ_x3kSA-AO-89" style="ellipse;whiteSpace=wrap;html=1;aspect=fixed;strokeColor=none;fillColor=light-dark(#FF3333,#007FFF);fontColor=#ffffff;" value="" vertex="1">
+           <mxGeometry height="20" width="20" x="290" y="121" as="geometry" />
+         </mxCell>
+         <mxCell id="_8OXxmxYWQQ_x3kSA-AO-103" parent="_8OXxmxYWQQ_x3kSA-AO-89" style="ellipse;whiteSpace=wrap;html=1;aspect=fixed;strokeColor=none;fillColor=light-dark(#FF3333,#007FFF);fontColor=#ffffff;" value="" vertex="1">
+           <mxGeometry height="20" width="20" x="290" y="162" as="geometry" />
+         </mxCell>
+         <mxCell id="_8OXxmxYWQQ_x3kSA-AO-105" parent="_8OXxmxYWQQ_x3kSA-AO-89" style="text;html=1;whiteSpace=wrap;strokeColor=none;fillColor=none;align=left;verticalAlign=middle;rounded=0;" value="&lt;div&gt;&lt;b&gt;SD 3.0&lt;/b&gt;&lt;/div&gt;&lt;div&gt;SD CARD&lt;/div&gt;" vertex="1">
+           <mxGeometry height="29" width="90" x="50" y="75.5" as="geometry" />
+         </mxCell>
+         <mxCell id="_8OXxmxYWQQ_x3kSA-AO-107" parent="_8OXxmxYWQQ_x3kSA-AO-89" style="text;html=1;whiteSpace=wrap;strokeColor=none;fillColor=none;align=left;verticalAlign=middle;rounded=0;" value="&lt;div&gt;&lt;b&gt;CONNECT TO HOST&lt;/b&gt;&lt;/div&gt;&lt;div&gt;USB-C&lt;/div&gt;" vertex="1">
+           <mxGeometry height="29" width="120" x="50" y="116.5" as="geometry" />
+         </mxCell>
+         <mxCell id="_8OXxmxYWQQ_x3kSA-AO-109" parent="_8OXxmxYWQQ_x3kSA-AO-89" style="text;html=1;whiteSpace=wrap;strokeColor=none;fillColor=none;align=right;verticalAlign=middle;rounded=0;" value="&lt;div&gt;&lt;b&gt;HDMI 2.0&lt;/b&gt;&lt;/div&gt;&lt;div&gt;HDMI&lt;/div&gt;" vertex="1">
+           <mxGeometry height="29" width="90" x="189" y="75.5" as="geometry" />
+         </mxCell>
+         <mxCell id="_8OXxmxYWQQ_x3kSA-AO-111" parent="_8OXxmxYWQQ_x3kSA-AO-89" style="text;html=1;whiteSpace=wrap;strokeColor=none;fillColor=none;align=left;verticalAlign=middle;rounded=0;" value="&lt;div&gt;&lt;b&gt;USB-C PD&lt;/b&gt;&lt;/div&gt;&lt;div&gt;USB-C&lt;/div&gt;" vertex="1">
+           <mxGeometry height="29" width="90" x="50" y="157.5" as="geometry" />
+         </mxCell>
+         <mxCell id="_8OXxmxYWQQ_x3kSA-AO-113" parent="_8OXxmxYWQQ_x3kSA-AO-89" style="text;html=1;whiteSpace=wrap;strokeColor=none;fillColor=none;align=right;verticalAlign=middle;rounded=0;" value="&lt;div&gt;&lt;b&gt;USB-A&lt;/b&gt;&lt;/div&gt;" vertex="1">
+           <mxGeometry height="29" width="90" x="185" y="116.5" as="geometry" />
+         </mxCell>
+         <mxCell id="_8OXxmxYWQQ_x3kSA-AO-115" parent="_8OXxmxYWQQ_x3kSA-AO-89" style="text;html=1;whiteSpace=wrap;strokeColor=none;fillColor=none;align=right;verticalAlign=middle;rounded=0;" value="&lt;b&gt;USB-A&lt;/b&gt;" vertex="1">
+           <mxGeometry height="29" width="90" x="185" y="157.5" as="geometry" />
+         </mxCell>
+         <mxCell id="_8OXxmxYWQQ_x3kSA-AO-129" parent="_8OXxmxYWQQ_x3kSA-AO-89" style="ellipse;whiteSpace=wrap;html=1;aspect=fixed;strokeColor=none;fillColor=light-dark(#60A917,#60A917);fontColor=#ffffff;" value="" vertex="1">
+           <mxGeometry height="20" width="20" x="290" y="202" as="geometry" />
+         </mxCell>
+         <mxCell id="_8OXxmxYWQQ_x3kSA-AO-130" parent="_8OXxmxYWQQ_x3kSA-AO-89" style="text;html=1;whiteSpace=wrap;strokeColor=none;fillColor=none;align=right;verticalAlign=middle;rounded=0;" value="&lt;div&gt;&lt;b&gt;HEADPHONES&lt;/b&gt;&lt;/div&gt;&lt;div&gt;3.5MM AUX&lt;/div&gt;" vertex="1">
+           <mxGeometry height="29" width="90" x="185" y="197.5" as="geometry" />
+         </mxCell>
+         <mxCell id="_8OXxmxYWQQ_x3kSA-AO-134" connectable="0" parent="_8OXxmxYWQQ_x3kSA-AO-89" style="group" value="" vertex="1">
+           <mxGeometry height="35" width="70" x="251" y="14" as="geometry" />
+         </mxCell>
+         <mxCell id="_8OXxmxYWQQ_x3kSA-AO-126" parent="_8OXxmxYWQQ_x3kSA-AO-134" style="html=1;rounded=0;strokeWidth=2;" value="" vertex="1">
+           <mxGeometry height="35" width="35" as="geometry" />
+         </mxCell>
+         <mxCell id="_8OXxmxYWQQ_x3kSA-AO-128" parent="_8OXxmxYWQQ_x3kSA-AO-134" style="ellipse;html=1;fontSize=11;align=center;fillColor=none;points=[];aspect=fixed;resizable=0;verticalAlign=bottom;labelPosition=center;verticalLabelPosition=top;flipH=1;strokeWidth=2;" value="" vertex="1">
+           <mxGeometry height="8" width="8" x="60.66666666666667" y="12.833333333333334" as="geometry" />
+         </mxCell>
+         <mxCell id="_8OXxmxYWQQ_x3kSA-AO-127" edge="1" parent="_8OXxmxYWQQ_x3kSA-AO-134" source="_8OXxmxYWQQ_x3kSA-AO-126" style="endArrow=none;html=1;rounded=0;align=center;verticalAlign=top;endFill=0;labelBackgroundColor=none;endSize=2;strokeColor=default;strokeWidth=2;fontFamily=Helvetica;fontSize=14;fontColor=default;resizable=0;" target="_8OXxmxYWQQ_x3kSA-AO-128" value="">
+           <mxGeometry relative="1" as="geometry" />
+         </mxCell>
+         <mxCell id="_8OXxmxYWQQ_x3kSA-AO-135" edge="1" parent="1" source="_8OXxmxYWQQ_x3kSA-AO-91" style="edgeStyle=orthogonalEdgeStyle;shape=connector;rounded=0;orthogonalLoop=1;jettySize=auto;html=1;entryX=0;entryY=0.5;entryDx=0;entryDy=0;strokeColor=default;strokeWidth=2;align=center;verticalAlign=middle;fontFamily=Helvetica;fontSize=14;fontColor=default;labelBackgroundColor=default;resizable=0;endArrow=classic;endFill=1;" target="BUdtJf7oYrrgdLHHiytK-366">
+           <mxGeometry relative="1" as="geometry" />
+         </mxCell>
+         <UserObject label="&lt;div&gt;Staff member laptop&lt;/div&gt;&lt;div&gt;&lt;span style=&quot;font-weight: normal;&quot;&gt;HP Laptop&lt;/span&gt;&lt;/div&gt;" id="_8OXxmxYWQQ_x3kSA-AO-136">
+           <mxCell parent="1" style="swimlane;whiteSpace=wrap;html=1;startSize=60;perimeterSpacing=0;rounded=1;arcSize=6;align=left;spacingLeft=6;swimlaneFillColor=default;strokeWidth=2;fontSize=14;" vertex="1">
+             <mxGeometry height="120" width="240" x="2460" y="830" as="geometry">
+               <mxRectangle height="60" width="200" x="330" y="280" as="alternateBounds" />
+             </mxGeometry>
+           </mxCell>
+         </UserObject>
+         <mxCell id="_8OXxmxYWQQ_x3kSA-AO-137" parent="_8OXxmxYWQQ_x3kSA-AO-136" style="ellipse;whiteSpace=wrap;html=1;aspect=fixed;strokeColor=none;fillColor=light-dark(#60A917,#60A917);fontColor=#ffffff;fillStyle=auto;" value="" vertex="1">
+           <mxGeometry height="20" width="20" x="195" y="80" as="geometry" />
+         </mxCell>
+         <mxCell id="_8OXxmxYWQQ_x3kSA-AO-138" parent="_8OXxmxYWQQ_x3kSA-AO-136" style="text;html=1;whiteSpace=wrap;strokeColor=none;fillColor=none;align=right;verticalAlign=middle;rounded=0;fontStyle=1" value="USB-C" vertex="1">
+           <mxGeometry height="10" width="50" x="130" y="85" as="geometry" />
+         </mxCell>
+         <mxCell id="_8OXxmxYWQQ_x3kSA-AO-144" parent="_8OXxmxYWQQ_x3kSA-AO-136" style="sketch=0;aspect=fixed;pointerEvents=1;shadow=0;dashed=0;html=1;strokeColor=default;labelPosition=center;verticalLabelPosition=bottom;verticalAlign=top;align=center;fillColor=none;shape=mxgraph.azure.laptop;strokeWidth=2;" value="" vertex="1">
+           <mxGeometry height="36" width="60" x="170" y="12" as="geometry" />
+         </mxCell>
+         <mxCell id="_8OXxmxYWQQ_x3kSA-AO-143" edge="1" parent="1" source="_8OXxmxYWQQ_x3kSA-AO-137" style="edgeStyle=orthogonalEdgeStyle;shape=connector;rounded=0;orthogonalLoop=1;jettySize=auto;html=1;entryX=0;entryY=0.5;entryDx=0;entryDy=0;strokeColor=default;strokeWidth=2;align=center;verticalAlign=middle;fontFamily=Helvetica;fontSize=14;fontColor=default;labelBackgroundColor=default;resizable=0;endArrow=classic;endFill=1;" target="_8OXxmxYWQQ_x3kSA-AO-99">
+           <mxGeometry relative="1" as="geometry" />
+         </mxCell>
+         <UserObject label="&lt;div&gt;Samsung T7 SSD&lt;/div&gt;&lt;div&gt;&lt;span style=&quot;font-weight: normal;&quot;&gt;Recording SSD&lt;/span&gt;&lt;/div&gt;" id="_8OXxmxYWQQ_x3kSA-AO-151">
+           <mxCell parent="1" style="swimlane;whiteSpace=wrap;html=1;startSize=60;perimeterSpacing=0;rounded=1;arcSize=6;align=left;spacingLeft=6;swimlaneFillColor=default;strokeWidth=2;fontSize=14;" vertex="1">
+             <mxGeometry height="120" width="240" x="3720" y="740" as="geometry">
+               <mxRectangle height="60" width="200" x="330" y="280" as="alternateBounds" />
+             </mxGeometry>
+           </mxCell>
+         </UserObject>
+         <mxCell id="_8OXxmxYWQQ_x3kSA-AO-152" parent="_8OXxmxYWQQ_x3kSA-AO-151" style="ellipse;whiteSpace=wrap;html=1;aspect=fixed;strokeColor=none;fillColor=light-dark(#60A917,#60A917);fontColor=#ffffff;fillStyle=auto;" value="" vertex="1">
+           <mxGeometry height="20" width="20" x="20" y="80" as="geometry" />
+         </mxCell>
+         <mxCell id="_8OXxmxYWQQ_x3kSA-AO-153" parent="_8OXxmxYWQQ_x3kSA-AO-151" style="text;html=1;whiteSpace=wrap;strokeColor=none;fillColor=none;align=left;verticalAlign=middle;rounded=0;fontStyle=1" value="USB-C" vertex="1">
+           <mxGeometry height="10" width="50" x="50" y="85" as="geometry" />
+         </mxCell>
+         <mxCell id="_8OXxmxYWQQ_x3kSA-AO-156" parent="_8OXxmxYWQQ_x3kSA-AO-151" style="sketch=0;pointerEvents=1;shadow=0;dashed=0;html=1;strokeColor=none;fillColor=light-dark(#FFFFFF,#FFFFFF);aspect=fixed;labelPosition=center;verticalLabelPosition=bottom;verticalAlign=top;align=center;outlineConnect=0;shape=mxgraph.vvd.ssd;strokeWidth=2;" value="" vertex="1">
+           <mxGeometry height="40" width="56.34" x="170" y="10" as="geometry" />
+         </mxCell>
+         <mxCell id="_8OXxmxYWQQ_x3kSA-AO-155" edge="1" parent="1" source="_8OXxmxYWQQ_x3kSA-AO-78" style="edgeStyle=orthogonalEdgeStyle;shape=connector;rounded=0;orthogonalLoop=1;jettySize=auto;html=1;entryX=0;entryY=0.5;entryDx=0;entryDy=0;strokeColor=default;strokeWidth=2;align=center;verticalAlign=middle;fontFamily=Helvetica;fontSize=14;fontColor=default;labelBackgroundColor=default;resizable=0;endArrow=classic;endFill=1;" target="_8OXxmxYWQQ_x3kSA-AO-152">
+           <mxGeometry relative="1" as="geometry">
+             <Array as="points">
+               <mxPoint x="3610" y="632" />
+               <mxPoint x="3610" y="830" />
            </Array>
          </mxGeometry>
        </mxCell>
      </root>
    </mxGraphModel>
  </diagram>
</mxfile>
